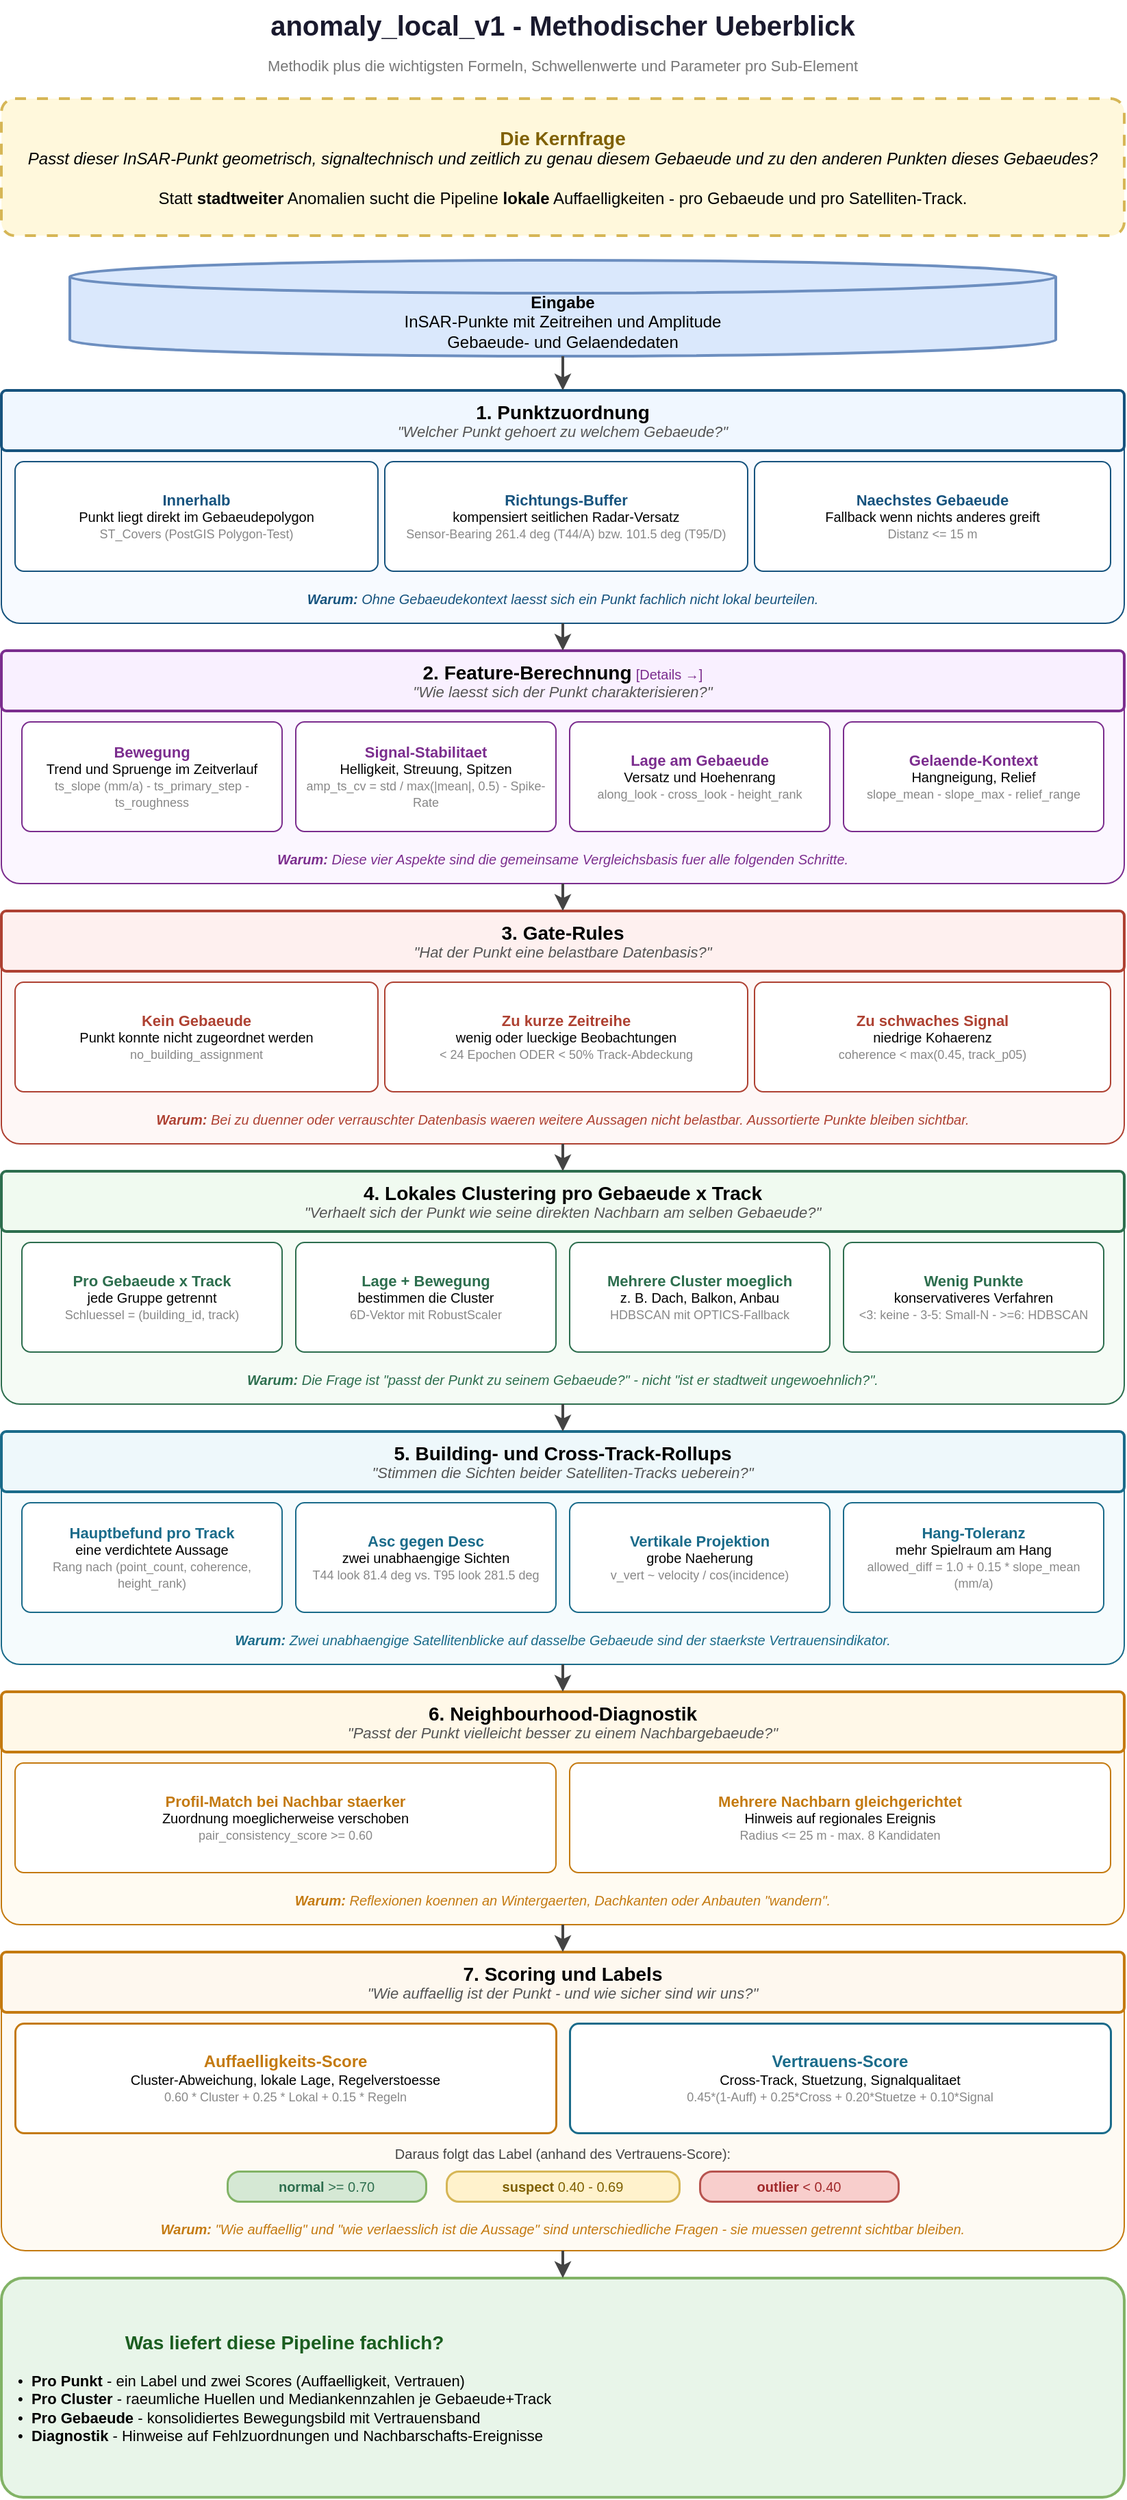
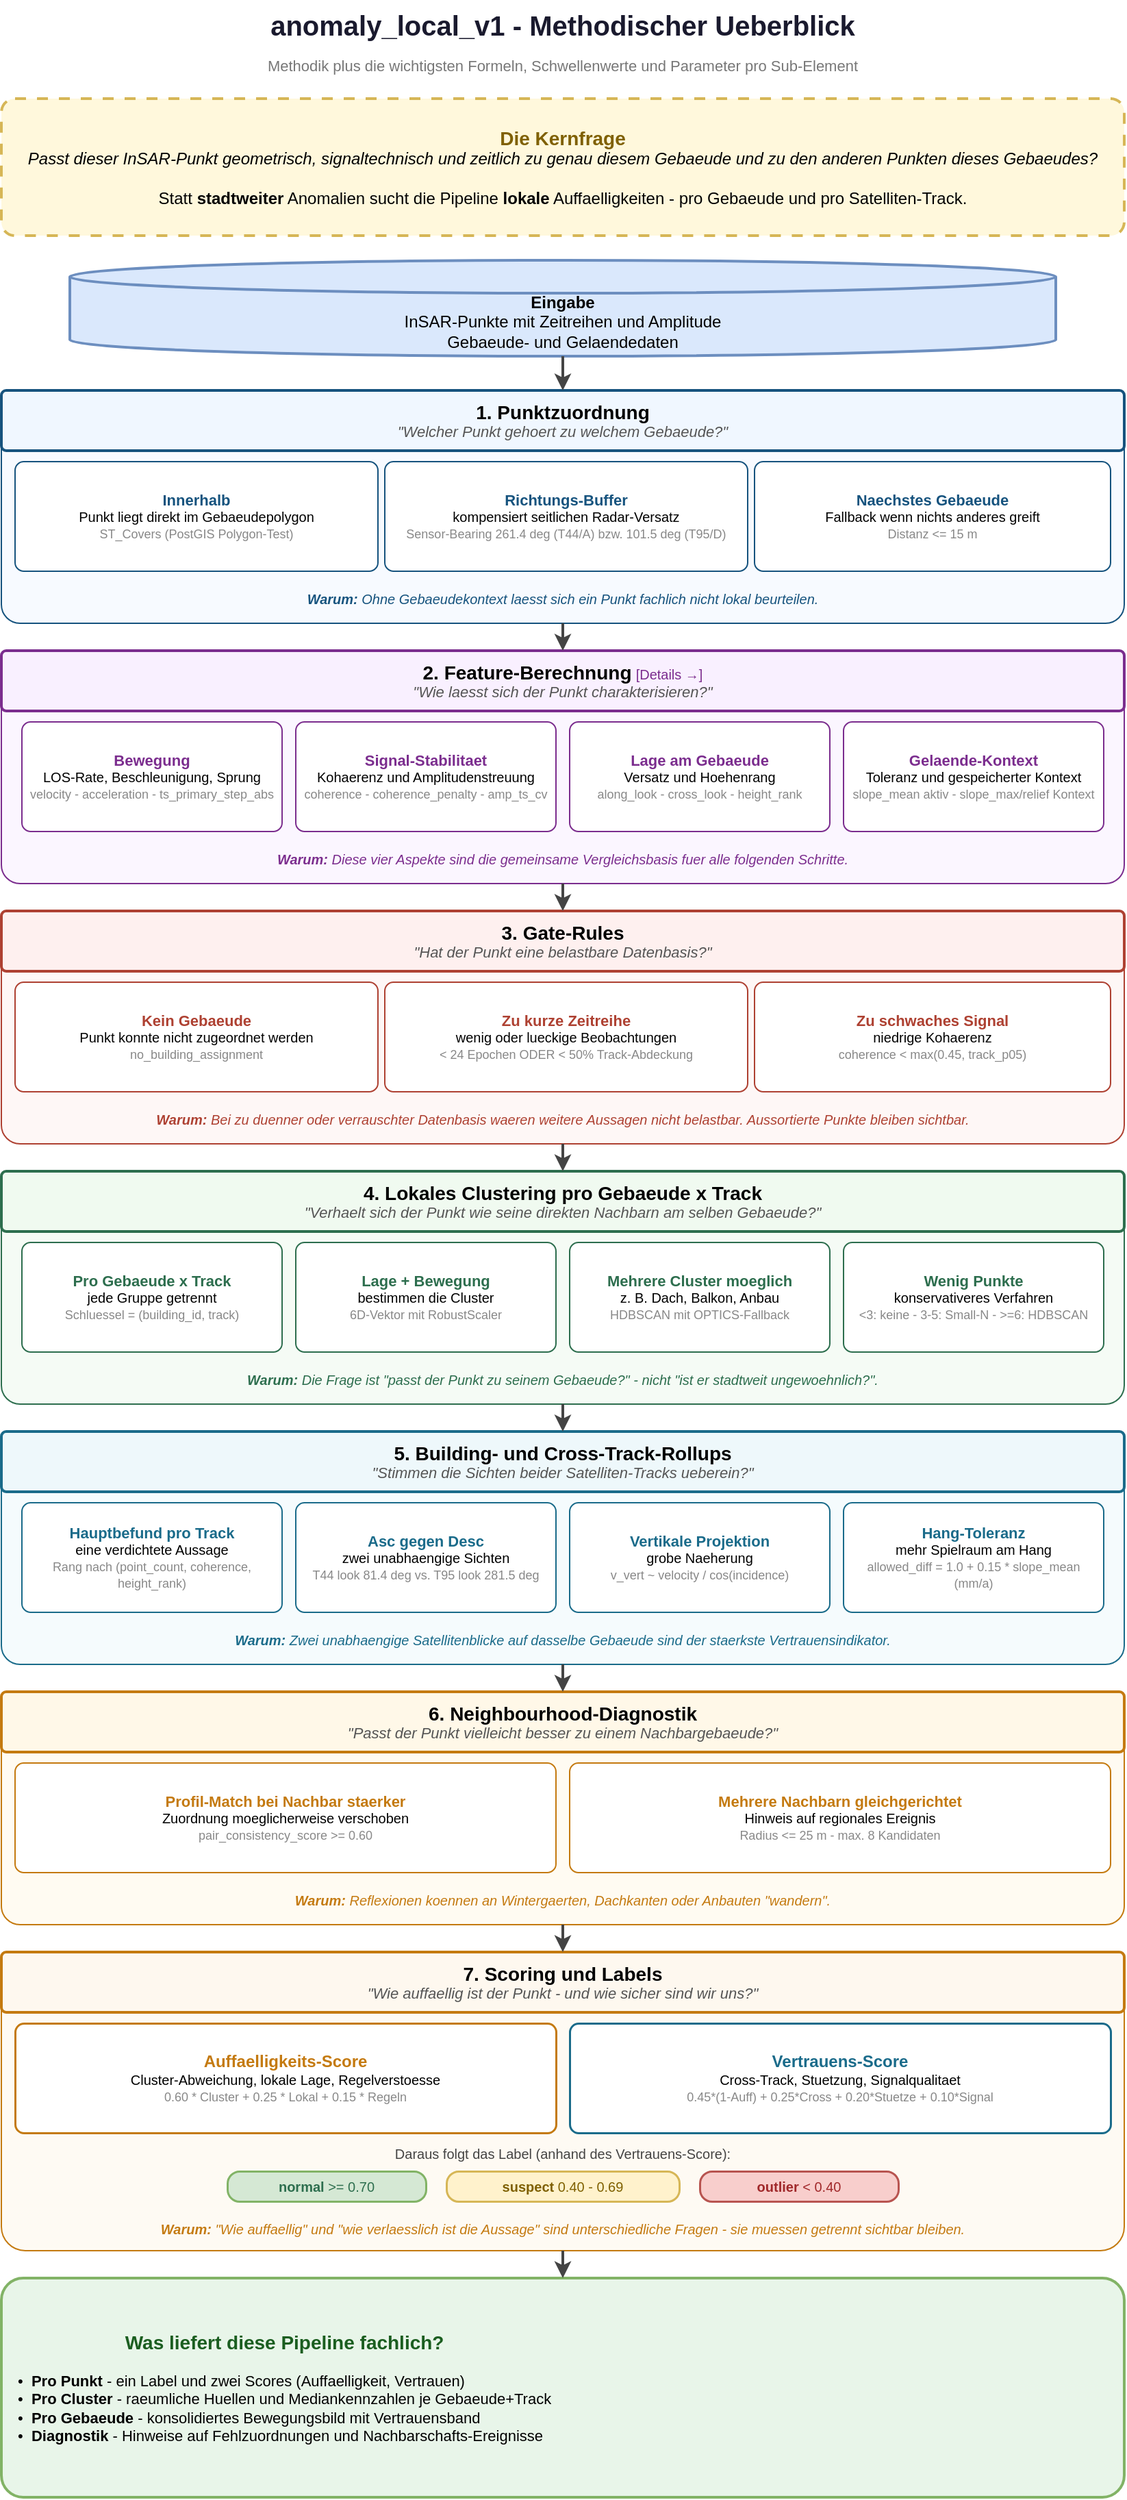
<mxfile host="app.diagrams.net" agent="Codex" version="29.6.4">
  <diagram name="Methodischer Ueberblick" id="concept">
    <mxGraphModel dx="1188" dy="780" grid="1" gridSize="10" guides="1" tooltips="1" connect="1" arrows="1" fold="1" page="1" pageScale="1" pageWidth="900" pageHeight="1880" math="0" shadow="0">
      <root>
        <mxCell id="0" />
        <mxCell id="1" parent="0" />
        <mxCell id="title" parent="1" style="text;html=1;align=center;verticalAlign=middle;whiteSpace=wrap;fontSize=20;fontColor=#1a1a2e;" value="&lt;b&gt;anomaly_local_v1 - Methodischer Ueberblick&lt;/b&gt;" vertex="1">
          <mxGeometry x="110" y="20" width="680" height="36" as="geometry" />
        </mxCell>
        <mxCell id="subtitle" parent="1" style="text;html=1;align=center;verticalAlign=middle;whiteSpace=wrap;fontSize=11;fontColor=#777777;" value="Methodik plus die wichtigsten Formeln, Schwellenwerte und Parameter pro Sub-Element" vertex="1">
          <mxGeometry x="80" y="56" width="740" height="24" as="geometry" />
        </mxCell>
        <mxCell id="intro" parent="1" style="rounded=1;whiteSpace=wrap;html=1;fillColor=#fff8dc;strokeColor=#d6b656;strokeWidth=2;dashed=1;dashPattern=4 4;fontSize=12;align=center;verticalAlign=middle;spacing=10;arcSize=10;" value="&lt;b style=&quot;font-size:14px;color:#7f6000;&quot;&gt;Die Kernfrage&lt;/b&gt;&lt;br&gt;&lt;i&gt;Passt dieser InSAR-Punkt geometrisch, signaltechnisch und zeitlich zu genau diesem Gebaeude und zu den anderen Punkten dieses Gebaeudes?&lt;/i&gt;&lt;br&gt;&lt;br&gt;Statt &lt;b&gt;stadtweiter&lt;/b&gt; Anomalien sucht die Pipeline &lt;b&gt;lokale&lt;/b&gt; Auffaelligkeiten - pro Gebaeude und pro Satelliten-Track." vertex="1">
          <mxGeometry x="40" y="92" width="820" height="100" as="geometry" />
        </mxCell>
        <mxCell id="input" parent="1" style="shape=cylinder3;whiteSpace=wrap;html=1;boundedLbl=1;backgroundOutline=1;size=12;fillColor=#dae8fc;strokeColor=#6c8ebf;strokeWidth=2;fontSize=12;align=center;verticalAlign=middle;" value="&lt;b&gt;Eingabe&lt;/b&gt;&lt;br&gt;InSAR-Punkte mit Zeitreihen und Amplitude&lt;br&gt;Gebaeude- und Gelaendedaten" vertex="1">
          <mxGeometry x="90" y="210" width="720" height="70" as="geometry" />
        </mxCell>
        <mxCell id="step1_container" parent="1" style="rounded=1;whiteSpace=wrap;html=1;fillColor=#f7faff;strokeColor=#16537e;strokeWidth=1;arcSize=8;" value="" vertex="1">
          <mxGeometry x="40" y="305" width="820" height="170" as="geometry" />
        </mxCell>
        <mxCell id="step1_h" parent="1" style="rounded=1;whiteSpace=wrap;html=1;fillColor=#f0f7ff;strokeColor=#16537e;strokeWidth=2;fontSize=11;align=center;verticalAlign=middle;spacing=6;arcSize=8;" value="&lt;font style=&quot;font-size:14px&quot;&gt;&lt;b&gt;1. Punktzuordnung&lt;/b&gt;&lt;/font&gt;&lt;br&gt;&lt;i style=&quot;color:#555;&quot;&gt;&amp;quot;Welcher Punkt gehoert zu welchem Gebaeude?&amp;quot;&lt;/i&gt;" vertex="1">
          <mxGeometry x="40" y="305" width="820" height="44" as="geometry" />
        </mxCell>
        <mxCell id="step1_a" parent="1" style="rounded=1;whiteSpace=wrap;html=1;fillColor=#ffffff;strokeColor=#16537e;strokeWidth=1;fontSize=10;align=center;verticalAlign=middle;arcSize=8;spacing=4;" value="&lt;b style=&quot;color:#16537e;font-size:11px;&quot;&gt;Innerhalb&lt;/b&gt;&lt;br&gt;Punkt liegt direkt im Gebaeudepolygon&lt;br&gt;&lt;span style=&quot;color:#888;font-size:9px;&quot;&gt;ST_Covers (PostGIS Polygon-Test)&lt;/span&gt;" vertex="1">
          <mxGeometry x="50" y="357" width="265" height="80" as="geometry" />
        </mxCell>
        <mxCell id="step1_b" parent="1" style="rounded=1;whiteSpace=wrap;html=1;fillColor=#ffffff;strokeColor=#16537e;strokeWidth=1;fontSize=10;align=center;verticalAlign=middle;arcSize=8;spacing=4;" value="&lt;b style=&quot;color:#16537e;font-size:11px;&quot;&gt;Richtungs-Buffer&lt;/b&gt;&lt;br&gt;kompensiert seitlichen Radar-Versatz&lt;br&gt;&lt;span style=&quot;color:#888;font-size:9px;&quot;&gt;Sensor-Bearing 261.4 deg (T44/A) bzw. 101.5 deg (T95/D)&lt;/span&gt;" vertex="1">
          <mxGeometry x="320" y="357" width="265" height="80" as="geometry" />
        </mxCell>
        <mxCell id="step1_c" parent="1" style="rounded=1;whiteSpace=wrap;html=1;fillColor=#ffffff;strokeColor=#16537e;strokeWidth=1;fontSize=10;align=center;verticalAlign=middle;arcSize=8;spacing=4;" value="&lt;b style=&quot;color:#16537e;font-size:11px;&quot;&gt;Naechstes Gebaeude&lt;/b&gt;&lt;br&gt;Fallback wenn nichts anderes greift&lt;br&gt;&lt;span style=&quot;color:#888;font-size:9px;&quot;&gt;Distanz &amp;lt;= 15 m&lt;/span&gt;" vertex="1">
          <mxGeometry x="590" y="357" width="260" height="80" as="geometry" />
        </mxCell>
        <mxCell id="step1_warum" parent="1" style="text;html=1;align=center;verticalAlign=middle;whiteSpace=wrap;fontSize=10;fontColor=#16537e;fontStyle=2;" value="&lt;b&gt;Warum:&lt;/b&gt; Ohne Gebaeudekontext laesst sich ein Punkt fachlich nicht lokal beurteilen." vertex="1">
          <mxGeometry x="50" y="445" width="800" height="24" as="geometry" />
        </mxCell>
        <mxCell id="step2_container" parent="1" style="rounded=1;whiteSpace=wrap;html=1;fillColor=#fbf6ff;strokeColor=#7b2d8e;strokeWidth=1;arcSize=8;" value="" vertex="1">
          <mxGeometry x="40" y="495" width="820" height="170" as="geometry" />
        </mxCell>
        <UserObject id="step2_h" label="&lt;font style=&quot;font-size:14px&quot;&gt;&lt;b&gt;2. Feature-Berechnung&lt;/b&gt;&lt;/font&gt;  &lt;span style=&quot;font-size:10px;color:#7b2d8e;&quot;&gt;[Details &amp;rarr;]&lt;/span&gt;&lt;br&gt;&lt;i style=&quot;color:#555;&quot;&gt;&amp;quot;Wie laesst sich der Punkt charakterisieren?&amp;quot;&lt;/i&gt;" link="data:page/id,features">
          <mxCell parent="1" style="rounded=1;whiteSpace=wrap;html=1;fillColor=#f9f0ff;strokeColor=#7b2d8e;strokeWidth=2;fontSize=11;align=center;verticalAlign=middle;spacing=6;arcSize=8;" vertex="1">
            <mxGeometry x="40" y="495" width="820" height="44" as="geometry" />
          </mxCell>
        </UserObject>
-         <mxCell id="step2_a" parent="1" style="rounded=1;whiteSpace=wrap;html=1;fillColor=#ffffff;strokeColor=#7b2d8e;strokeWidth=1;fontSize=10;align=center;verticalAlign=middle;arcSize=8;spacing=4;" value="&lt;b style=&quot;color:#7b2d8e;font-size:11px;&quot;&gt;Bewegung&lt;/b&gt;&lt;br&gt;Trend und Spruenge im Zeitverlauf&lt;br&gt;&lt;span style=&quot;color:#888;font-size:9px;&quot;&gt;ts_slope (mm/a) - ts_primary_step - ts_roughness&lt;/span&gt;" vertex="1">
+         <mxCell id="step2_a" parent="1" style="rounded=1;whiteSpace=wrap;html=1;fillColor=#ffffff;strokeColor=#7b2d8e;strokeWidth=1;fontSize=10;align=center;verticalAlign=middle;arcSize=8;spacing=4;" value="&lt;b style=&quot;color:#7b2d8e;font-size:11px;&quot;&gt;Bewegung&lt;/b&gt;&lt;br&gt;LOS-Rate, Beschleunigung, Sprung&lt;br&gt;&lt;span style=&quot;color:#888;font-size:9px;&quot;&gt;velocity - acceleration - ts_primary_step_abs&lt;/span&gt;" vertex="1">
          <mxGeometry x="55" y="547" width="190" height="80" as="geometry" />
        </mxCell>
-         <mxCell id="step2_b" parent="1" style="rounded=1;whiteSpace=wrap;html=1;fillColor=#ffffff;strokeColor=#7b2d8e;strokeWidth=1;fontSize=10;align=center;verticalAlign=middle;arcSize=8;spacing=4;" value="&lt;b style=&quot;color:#7b2d8e;font-size:11px;&quot;&gt;Signal-Stabilitaet&lt;/b&gt;&lt;br&gt;Helligkeit, Streuung, Spitzen&lt;br&gt;&lt;span style=&quot;color:#888;font-size:9px;&quot;&gt;amp_ts_cv = std / max(|mean|, 0.5) - Spike-Rate&lt;/span&gt;" vertex="1">
+         <mxCell id="step2_b" parent="1" style="rounded=1;whiteSpace=wrap;html=1;fillColor=#ffffff;strokeColor=#7b2d8e;strokeWidth=1;fontSize=10;align=center;verticalAlign=middle;arcSize=8;spacing=4;" value="&lt;b style=&quot;color:#7b2d8e;font-size:11px;&quot;&gt;Signal-Stabilitaet&lt;/b&gt;&lt;br&gt;Kohaerenz und Amplitudenstreuung&lt;br&gt;&lt;span style=&quot;color:#888;font-size:9px;&quot;&gt;coherence - coherence_penalty - amp_ts_cv&lt;/span&gt;" vertex="1">
          <mxGeometry x="255" y="547" width="190" height="80" as="geometry" />
        </mxCell>
        <mxCell id="step2_c" parent="1" style="rounded=1;whiteSpace=wrap;html=1;fillColor=#ffffff;strokeColor=#7b2d8e;strokeWidth=1;fontSize=10;align=center;verticalAlign=middle;arcSize=8;spacing=4;" value="&lt;b style=&quot;color:#7b2d8e;font-size:11px;&quot;&gt;Lage am Gebaeude&lt;/b&gt;&lt;br&gt;Versatz und Hoehenrang&lt;br&gt;&lt;span style=&quot;color:#888;font-size:9px;&quot;&gt;along_look - cross_look - height_rank&lt;/span&gt;" vertex="1">
          <mxGeometry x="455" y="547" width="190" height="80" as="geometry" />
        </mxCell>
-         <mxCell id="step2_d" parent="1" style="rounded=1;whiteSpace=wrap;html=1;fillColor=#ffffff;strokeColor=#7b2d8e;strokeWidth=1;fontSize=10;align=center;verticalAlign=middle;arcSize=8;spacing=4;" value="&lt;b style=&quot;color:#7b2d8e;font-size:11px;&quot;&gt;Gelaende-Kontext&lt;/b&gt;&lt;br&gt;Hangneigung, Relief&lt;br&gt;&lt;span style=&quot;color:#888;font-size:9px;&quot;&gt;slope_mean - slope_max - relief_range&lt;/span&gt;" vertex="1">
+         <mxCell id="step2_d" parent="1" style="rounded=1;whiteSpace=wrap;html=1;fillColor=#ffffff;strokeColor=#7b2d8e;strokeWidth=1;fontSize=10;align=center;verticalAlign=middle;arcSize=8;spacing=4;" value="&lt;b style=&quot;color:#7b2d8e;font-size:11px;&quot;&gt;Gelaende-Kontext&lt;/b&gt;&lt;br&gt;Toleranz und gespeicherter Kontext&lt;br&gt;&lt;span style=&quot;color:#888;font-size:9px;&quot;&gt;slope_mean aktiv - slope_max/relief Kontext&lt;/span&gt;" vertex="1">
          <mxGeometry x="655" y="547" width="190" height="80" as="geometry" />
        </mxCell>
        <mxCell id="step2_warum" parent="1" style="text;html=1;align=center;verticalAlign=middle;whiteSpace=wrap;fontSize=10;fontColor=#7b2d8e;fontStyle=2;" value="&lt;b&gt;Warum:&lt;/b&gt; Diese vier Aspekte sind die gemeinsame Vergleichsbasis fuer alle folgenden Schritte." vertex="1">
          <mxGeometry x="50" y="635" width="800" height="24" as="geometry" />
        </mxCell>
        <mxCell id="step3_container" parent="1" style="rounded=1;whiteSpace=wrap;html=1;fillColor=#fef7f6;strokeColor=#ae4132;strokeWidth=1;arcSize=8;" value="" vertex="1">
          <mxGeometry x="40" y="685" width="820" height="170" as="geometry" />
        </mxCell>
        <mxCell id="step3_h" parent="1" style="rounded=1;whiteSpace=wrap;html=1;fillColor=#fef0ef;strokeColor=#ae4132;strokeWidth=2;fontSize=11;align=center;verticalAlign=middle;spacing=6;arcSize=8;" value="&lt;font style=&quot;font-size:14px&quot;&gt;&lt;b&gt;3. Gate-Rules&lt;/b&gt;&lt;/font&gt;&lt;br&gt;&lt;i style=&quot;color:#555;&quot;&gt;&amp;quot;Hat der Punkt eine belastbare Datenbasis?&amp;quot;&lt;/i&gt;" vertex="1">
          <mxGeometry x="40" y="685" width="820" height="44" as="geometry" />
        </mxCell>
        <mxCell id="step3_a" parent="1" style="rounded=1;whiteSpace=wrap;html=1;fillColor=#ffffff;strokeColor=#ae4132;strokeWidth=1;fontSize=10;align=center;verticalAlign=middle;arcSize=8;spacing=4;" value="&lt;b style=&quot;color:#ae4132;font-size:11px;&quot;&gt;Kein Gebaeude&lt;/b&gt;&lt;br&gt;Punkt konnte nicht zugeordnet werden&lt;br&gt;&lt;span style=&quot;color:#888;font-size:9px;&quot;&gt;no_building_assignment&lt;/span&gt;" vertex="1">
          <mxGeometry x="50" y="737" width="265" height="80" as="geometry" />
        </mxCell>
        <mxCell id="step3_b" parent="1" style="rounded=1;whiteSpace=wrap;html=1;fillColor=#ffffff;strokeColor=#ae4132;strokeWidth=1;fontSize=10;align=center;verticalAlign=middle;arcSize=8;spacing=4;" value="&lt;b style=&quot;color:#ae4132;font-size:11px;&quot;&gt;Zu kurze Zeitreihe&lt;/b&gt;&lt;br&gt;wenig oder lueckige Beobachtungen&lt;br&gt;&lt;span style=&quot;color:#888;font-size:9px;&quot;&gt;&amp;lt; 24 Epochen ODER &amp;lt; 50% Track-Abdeckung&lt;/span&gt;" vertex="1">
          <mxGeometry x="320" y="737" width="265" height="80" as="geometry" />
        </mxCell>
        <mxCell id="step3_c" parent="1" style="rounded=1;whiteSpace=wrap;html=1;fillColor=#ffffff;strokeColor=#ae4132;strokeWidth=1;fontSize=10;align=center;verticalAlign=middle;arcSize=8;spacing=4;" value="&lt;b style=&quot;color:#ae4132;font-size:11px;&quot;&gt;Zu schwaches Signal&lt;/b&gt;&lt;br&gt;niedrige Kohaerenz&lt;br&gt;&lt;span style=&quot;color:#888;font-size:9px;&quot;&gt;coherence &amp;lt; max(0.45, track_p05)&lt;/span&gt;" vertex="1">
          <mxGeometry x="590" y="737" width="260" height="80" as="geometry" />
        </mxCell>
        <mxCell id="step3_warum" parent="1" style="text;html=1;align=center;verticalAlign=middle;whiteSpace=wrap;fontSize=10;fontColor=#ae4132;fontStyle=2;" value="&lt;b&gt;Warum:&lt;/b&gt; Bei zu duenner oder verrauschter Datenbasis waeren weitere Aussagen nicht belastbar. Aussortierte Punkte bleiben sichtbar." vertex="1">
          <mxGeometry x="50" y="825" width="800" height="24" as="geometry" />
        </mxCell>
        <mxCell id="step4_container" parent="1" style="rounded=1;whiteSpace=wrap;html=1;fillColor=#f5fbf5;strokeColor=#2d6e4e;strokeWidth=1;arcSize=8;" value="" vertex="1">
          <mxGeometry x="40" y="875" width="820" height="170" as="geometry" />
        </mxCell>
        <mxCell id="step4_h" parent="1" style="rounded=1;whiteSpace=wrap;html=1;fillColor=#f0faf0;strokeColor=#2d6e4e;strokeWidth=2;fontSize=11;align=center;verticalAlign=middle;spacing=6;arcSize=8;" value="&lt;font style=&quot;font-size:14px&quot;&gt;&lt;b&gt;4. Lokales Clustering pro Gebaeude x Track&lt;/b&gt;&lt;/font&gt;&lt;br&gt;&lt;i style=&quot;color:#555;&quot;&gt;&amp;quot;Verhaelt sich der Punkt wie seine direkten Nachbarn am selben Gebaeude?&amp;quot;&lt;/i&gt;" vertex="1">
          <mxGeometry x="40" y="875" width="820" height="44" as="geometry" />
        </mxCell>
        <mxCell id="step4_a" parent="1" style="rounded=1;whiteSpace=wrap;html=1;fillColor=#ffffff;strokeColor=#2d6e4e;strokeWidth=1;fontSize=10;align=center;verticalAlign=middle;arcSize=8;spacing=4;" value="&lt;b style=&quot;color:#2d6e4e;font-size:11px;&quot;&gt;Pro Gebaeude x Track&lt;/b&gt;&lt;br&gt;jede Gruppe getrennt&lt;br&gt;&lt;span style=&quot;color:#888;font-size:9px;&quot;&gt;Schluessel = (building_id, track)&lt;/span&gt;" vertex="1">
          <mxGeometry x="55" y="927" width="190" height="80" as="geometry" />
        </mxCell>
        <mxCell id="step4_b" parent="1" style="rounded=1;whiteSpace=wrap;html=1;fillColor=#ffffff;strokeColor=#2d6e4e;strokeWidth=1;fontSize=10;align=center;verticalAlign=middle;arcSize=8;spacing=4;" value="&lt;b style=&quot;color:#2d6e4e;font-size:11px;&quot;&gt;Lage + Bewegung&lt;/b&gt;&lt;br&gt;bestimmen die Cluster&lt;br&gt;&lt;span style=&quot;color:#888;font-size:9px;&quot;&gt;6D-Vektor mit RobustScaler&lt;/span&gt;" vertex="1">
          <mxGeometry x="255" y="927" width="190" height="80" as="geometry" />
        </mxCell>
        <mxCell id="step4_c" parent="1" style="rounded=1;whiteSpace=wrap;html=1;fillColor=#ffffff;strokeColor=#2d6e4e;strokeWidth=1;fontSize=10;align=center;verticalAlign=middle;arcSize=8;spacing=4;" value="&lt;b style=&quot;color:#2d6e4e;font-size:11px;&quot;&gt;Mehrere Cluster moeglich&lt;/b&gt;&lt;br&gt;z. B. Dach, Balkon, Anbau&lt;br&gt;&lt;span style=&quot;color:#888;font-size:9px;&quot;&gt;HDBSCAN mit OPTICS-Fallback&lt;/span&gt;" vertex="1">
          <mxGeometry x="455" y="927" width="190" height="80" as="geometry" />
        </mxCell>
        <mxCell id="step4_d" parent="1" style="rounded=1;whiteSpace=wrap;html=1;fillColor=#ffffff;strokeColor=#2d6e4e;strokeWidth=1;fontSize=10;align=center;verticalAlign=middle;arcSize=8;spacing=4;" value="&lt;b style=&quot;color:#2d6e4e;font-size:11px;&quot;&gt;Wenig Punkte&lt;/b&gt;&lt;br&gt;konservativeres Verfahren&lt;br&gt;&lt;span style=&quot;color:#888;font-size:9px;&quot;&gt;&amp;lt;3: keine - 3-5: Small-N - &amp;gt;=6: HDBSCAN&lt;/span&gt;" vertex="1">
          <mxGeometry x="655" y="927" width="190" height="80" as="geometry" />
        </mxCell>
        <mxCell id="step4_warum" parent="1" style="text;html=1;align=center;verticalAlign=middle;whiteSpace=wrap;fontSize=10;fontColor=#2d6e4e;fontStyle=2;" value="&lt;b&gt;Warum:&lt;/b&gt; Die Frage ist &amp;quot;passt der Punkt zu seinem Gebaeude?&amp;quot; - nicht &amp;quot;ist er stadtweit ungewoehnlich?&amp;quot;." vertex="1">
          <mxGeometry x="50" y="1015" width="800" height="24" as="geometry" />
        </mxCell>
        <mxCell id="step5_container" parent="1" style="rounded=1;whiteSpace=wrap;html=1;fillColor=#f5fbfd;strokeColor=#1a6b8a;strokeWidth=1;arcSize=8;" value="" vertex="1">
          <mxGeometry x="40" y="1065" width="820" height="170" as="geometry" />
        </mxCell>
        <mxCell id="step5_h" parent="1" style="rounded=1;whiteSpace=wrap;html=1;fillColor=#eef8fb;strokeColor=#1a6b8a;strokeWidth=2;fontSize=11;align=center;verticalAlign=middle;spacing=6;arcSize=8;" value="&lt;font style=&quot;font-size:14px&quot;&gt;&lt;b&gt;5. Building- und Cross-Track-Rollups&lt;/b&gt;&lt;/font&gt;&lt;br&gt;&lt;i style=&quot;color:#555;&quot;&gt;&amp;quot;Stimmen die Sichten beider Satelliten-Tracks ueberein?&amp;quot;&lt;/i&gt;" vertex="1">
          <mxGeometry x="40" y="1065" width="820" height="44" as="geometry" />
        </mxCell>
        <mxCell id="step5_a" parent="1" style="rounded=1;whiteSpace=wrap;html=1;fillColor=#ffffff;strokeColor=#1a6b8a;strokeWidth=1;fontSize=10;align=center;verticalAlign=middle;arcSize=8;spacing=4;" value="&lt;b style=&quot;color:#1a6b8a;font-size:11px;&quot;&gt;Hauptbefund pro Track&lt;/b&gt;&lt;br&gt;eine verdichtete Aussage&lt;br&gt;&lt;span style=&quot;color:#888;font-size:9px;&quot;&gt;Rang nach (point_count, coherence, height_rank)&lt;/span&gt;" vertex="1">
          <mxGeometry x="55" y="1117" width="190" height="80" as="geometry" />
        </mxCell>
        <mxCell id="step5_b" parent="1" style="rounded=1;whiteSpace=wrap;html=1;fillColor=#ffffff;strokeColor=#1a6b8a;strokeWidth=1;fontSize=10;align=center;verticalAlign=middle;arcSize=8;spacing=4;" value="&lt;b style=&quot;color:#1a6b8a;font-size:11px;&quot;&gt;Asc gegen Desc&lt;/b&gt;&lt;br&gt;zwei unabhaengige Sichten&lt;br&gt;&lt;span style=&quot;color:#888;font-size:9px;&quot;&gt;T44 look 81.4 deg vs. T95 look 281.5 deg&lt;/span&gt;" vertex="1">
          <mxGeometry x="255" y="1117" width="190" height="80" as="geometry" />
        </mxCell>
        <mxCell id="step5_c" parent="1" style="rounded=1;whiteSpace=wrap;html=1;fillColor=#ffffff;strokeColor=#1a6b8a;strokeWidth=1;fontSize=10;align=center;verticalAlign=middle;arcSize=8;spacing=4;" value="&lt;b style=&quot;color:#1a6b8a;font-size:11px;&quot;&gt;Vertikale Projektion&lt;/b&gt;&lt;br&gt;grobe Naeherung&lt;br&gt;&lt;span style=&quot;color:#888;font-size:9px;&quot;&gt;v_vert ~ velocity / cos(incidence)&lt;/span&gt;" vertex="1">
          <mxGeometry x="455" y="1117" width="190" height="80" as="geometry" />
        </mxCell>
        <mxCell id="step5_d" parent="1" style="rounded=1;whiteSpace=wrap;html=1;fillColor=#ffffff;strokeColor=#1a6b8a;strokeWidth=1;fontSize=10;align=center;verticalAlign=middle;arcSize=8;spacing=4;" value="&lt;b style=&quot;color:#1a6b8a;font-size:11px;&quot;&gt;Hang-Toleranz&lt;/b&gt;&lt;br&gt;mehr Spielraum am Hang&lt;br&gt;&lt;span style=&quot;color:#888;font-size:9px;&quot;&gt;allowed_diff = 1.0 + 0.15 * slope_mean (mm/a)&lt;/span&gt;" vertex="1">
          <mxGeometry x="655" y="1117" width="190" height="80" as="geometry" />
        </mxCell>
        <mxCell id="step5_warum" parent="1" style="text;html=1;align=center;verticalAlign=middle;whiteSpace=wrap;fontSize=10;fontColor=#1a6b8a;fontStyle=2;" value="&lt;b&gt;Warum:&lt;/b&gt; Zwei unabhaengige Satellitenblicke auf dasselbe Gebaeude sind der staerkste Vertrauensindikator." vertex="1">
          <mxGeometry x="50" y="1205" width="800" height="24" as="geometry" />
        </mxCell>
        <mxCell id="step6_container" parent="1" style="rounded=1;whiteSpace=wrap;html=1;fillColor=#fffbf2;strokeColor=#c47a10;strokeWidth=1;arcSize=8;" value="" vertex="1">
          <mxGeometry x="40" y="1255" width="820" height="170" as="geometry" />
        </mxCell>
        <mxCell id="step6_h" parent="1" style="rounded=1;whiteSpace=wrap;html=1;fillColor=#fff8e8;strokeColor=#c47a10;strokeWidth=2;fontSize=11;align=center;verticalAlign=middle;spacing=6;arcSize=8;" value="&lt;font style=&quot;font-size:14px&quot;&gt;&lt;b&gt;6. Neighbourhood-Diagnostik&lt;/b&gt;&lt;/font&gt;&lt;br&gt;&lt;i style=&quot;color:#555;&quot;&gt;&amp;quot;Passt der Punkt vielleicht besser zu einem Nachbargebaeude?&amp;quot;&lt;/i&gt;" vertex="1">
          <mxGeometry x="40" y="1255" width="820" height="44" as="geometry" />
        </mxCell>
        <mxCell id="step6_a" parent="1" style="rounded=1;whiteSpace=wrap;html=1;fillColor=#ffffff;strokeColor=#c47a10;strokeWidth=1;fontSize=10;align=center;verticalAlign=middle;arcSize=8;spacing=6;" value="&lt;b style=&quot;color:#c47a10;font-size:11px;&quot;&gt;Profil-Match bei Nachbar staerker&lt;/b&gt;&lt;br&gt;Zuordnung moeglicherweise verschoben&lt;br&gt;&lt;span style=&quot;color:#888;font-size:9px;&quot;&gt;pair_consistency_score &amp;gt;= 0.60&lt;/span&gt;" vertex="1">
          <mxGeometry x="50" y="1307" width="395" height="80" as="geometry" />
        </mxCell>
        <mxCell id="step6_b" parent="1" style="rounded=1;whiteSpace=wrap;html=1;fillColor=#ffffff;strokeColor=#c47a10;strokeWidth=1;fontSize=10;align=center;verticalAlign=middle;arcSize=8;spacing=6;" value="&lt;b style=&quot;color:#c47a10;font-size:11px;&quot;&gt;Mehrere Nachbarn gleichgerichtet&lt;/b&gt;&lt;br&gt;Hinweis auf regionales Ereignis&lt;br&gt;&lt;span style=&quot;color:#888;font-size:9px;&quot;&gt;Radius &amp;lt;= 25 m - max. 8 Kandidaten&lt;/span&gt;" vertex="1">
          <mxGeometry x="455" y="1307" width="395" height="80" as="geometry" />
        </mxCell>
        <mxCell id="step6_warum" parent="1" style="text;html=1;align=center;verticalAlign=middle;whiteSpace=wrap;fontSize=10;fontColor=#c47a10;fontStyle=2;" value="&lt;b&gt;Warum:&lt;/b&gt; Reflexionen koennen an Wintergaerten, Dachkanten oder Anbauten &amp;quot;wandern&amp;quot;." vertex="1">
          <mxGeometry x="50" y="1395" width="800" height="24" as="geometry" />
        </mxCell>
        <mxCell id="step7_container" parent="1" style="rounded=1;whiteSpace=wrap;html=1;fillColor=#fefaf3;strokeColor=#c47a10;strokeWidth=1;arcSize=8;" value="" vertex="1">
          <mxGeometry x="40" y="1445" width="820" height="218" as="geometry" />
        </mxCell>
        <mxCell id="step7_h" parent="1" style="rounded=1;whiteSpace=wrap;html=1;fillColor=#fef8ef;strokeColor=#c47a10;strokeWidth=2;fontSize=11;align=center;verticalAlign=middle;spacing=6;arcSize=8;" value="&lt;font style=&quot;font-size:14px&quot;&gt;&lt;b&gt;7. Scoring und Labels&lt;/b&gt;&lt;/font&gt;&lt;br&gt;&lt;i style=&quot;color:#555;&quot;&gt;&amp;quot;Wie auffaellig ist der Punkt - und wie sicher sind wir uns?&amp;quot;&lt;/i&gt;" vertex="1">
          <mxGeometry x="40" y="1445" width="820" height="44" as="geometry" />
        </mxCell>
        <mxCell id="step7_a" parent="1" style="rounded=1;whiteSpace=wrap;html=1;fillColor=#ffffff;strokeColor=#c47a10;strokeWidth=1.5;fontSize=10;align=center;verticalAlign=middle;arcSize=8;spacing=6;" value="&lt;b style=&quot;color:#c47a10;font-size:12px;&quot;&gt;Auffaelligkeits-Score&lt;/b&gt;&lt;br&gt;Cluster-Abweichung, lokale Lage, Regelverstoesse&lt;br&gt;&lt;span style=&quot;color:#888;font-size:9px;&quot;&gt;0.60 * Cluster + 0.25 * Lokal + 0.15 * Regeln&lt;/span&gt;" vertex="1">
          <mxGeometry x="50" y="1497" width="395" height="80" as="geometry" />
        </mxCell>
        <mxCell id="step7_b" parent="1" style="rounded=1;whiteSpace=wrap;html=1;fillColor=#ffffff;strokeColor=#1a6b8a;strokeWidth=1.5;fontSize=10;align=center;verticalAlign=middle;arcSize=8;spacing=6;" value="&lt;b style=&quot;color:#1a6b8a;font-size:12px;&quot;&gt;Vertrauens-Score&lt;/b&gt;&lt;br&gt;Cross-Track, Stuetzung, Signalqualitaet&lt;br&gt;&lt;span style=&quot;color:#888;font-size:9px;&quot;&gt;0.45*(1-Auff) + 0.25*Cross + 0.20*Stuetze + 0.10*Signal&lt;/span&gt;" vertex="1">
          <mxGeometry x="455" y="1497" width="395" height="80" as="geometry" />
        </mxCell>
        <mxCell id="step7_label_intro" parent="1" style="text;html=1;align=center;verticalAlign=middle;whiteSpace=wrap;fontSize=10;fontColor=#444444;" value="Daraus folgt das Label (anhand des Vertrauens-Score):" vertex="1">
          <mxGeometry x="50" y="1583" width="800" height="18" as="geometry" />
        </mxCell>
        <mxCell id="step7_normal" parent="1" style="rounded=1;whiteSpace=wrap;html=1;fillColor=#d5e8d4;strokeColor=#82b366;strokeWidth=1.5;fontSize=10;align=center;verticalAlign=middle;arcSize=40;fontColor=#2d6e4e;" value="&lt;b&gt;normal&lt;/b&gt;  &amp;gt;= 0.70" vertex="1">
          <mxGeometry x="205" y="1605" width="145" height="22" as="geometry" />
        </mxCell>
        <mxCell id="step7_suspect" parent="1" style="rounded=1;whiteSpace=wrap;html=1;fillColor=#fff2cc;strokeColor=#d6b656;strokeWidth=1.5;fontSize=10;align=center;verticalAlign=middle;arcSize=40;fontColor=#7f6000;" value="&lt;b&gt;suspect&lt;/b&gt;  0.40 - 0.69" vertex="1">
          <mxGeometry x="365" y="1605" width="170" height="22" as="geometry" />
        </mxCell>
        <mxCell id="step7_outlier" parent="1" style="rounded=1;whiteSpace=wrap;html=1;fillColor=#f8cecc;strokeColor=#b85450;strokeWidth=1.5;fontSize=10;align=center;verticalAlign=middle;arcSize=40;fontColor=#a0282a;" value="&lt;b&gt;outlier&lt;/b&gt;  &amp;lt; 0.40" vertex="1">
          <mxGeometry x="550" y="1605" width="145" height="22" as="geometry" />
        </mxCell>
        <mxCell id="step7_warum" parent="1" style="text;html=1;align=center;verticalAlign=middle;whiteSpace=wrap;fontSize=10;fontColor=#c47a10;fontStyle=2;" value="&lt;b&gt;Warum:&lt;/b&gt; &amp;quot;Wie auffaellig&amp;quot; und &amp;quot;wie verlaesslich ist die Aussage&amp;quot; sind unterschiedliche Fragen - sie muessen getrennt sichtbar bleiben." vertex="1">
          <mxGeometry x="50" y="1635" width="800" height="24" as="geometry" />
        </mxCell>
        <mxCell id="output_panel" parent="1" style="rounded=1;whiteSpace=wrap;html=1;fillColor=#e8f5e9;strokeColor=#82b366;strokeWidth=2;fontSize=11;align=left;verticalAlign=middle;spacing=12;arcSize=10;" value="&lt;center&gt;&lt;b style=&quot;font-size:14px;color:#1b5e20;&quot;&gt;Was liefert diese Pipeline fachlich?&lt;/b&gt;&lt;/center&gt;&lt;br&gt;&amp;#8226;&amp;nbsp; &lt;b&gt;Pro Punkt&lt;/b&gt; - ein Label und zwei Scores (Auffaelligkeit, Vertrauen)&lt;br&gt;&amp;#8226;&amp;nbsp; &lt;b&gt;Pro Cluster&lt;/b&gt; - raeumliche Huellen und Mediankennzahlen je Gebaeude+Track&lt;br&gt;&amp;#8226;&amp;nbsp; &lt;b&gt;Pro Gebaeude&lt;/b&gt; - konsolidiertes Bewegungsbild mit Vertrauensband&lt;br&gt;&amp;#8226;&amp;nbsp; &lt;b&gt;Diagnostik&lt;/b&gt; - Hinweise auf Fehlzuordnungen und Nachbarschafts-Ereignisse" vertex="1">
          <mxGeometry x="40" y="1683" width="820" height="160" as="geometry" />
        </mxCell>
        <mxCell id="a01" parent="1" source="input" target="step1_container" edge="1" style="edgeStyle=orthogonalEdgeStyle;rounded=1;strokeColor=#444444;strokeWidth=2;">
          <mxGeometry relative="1" as="geometry" />
        </mxCell>
        <mxCell id="a12" parent="1" source="step1_container" target="step2_container" edge="1" style="edgeStyle=orthogonalEdgeStyle;rounded=1;strokeColor=#444444;strokeWidth=2;">
          <mxGeometry relative="1" as="geometry" />
        </mxCell>
        <mxCell id="a23" parent="1" source="step2_container" target="step3_container" edge="1" style="edgeStyle=orthogonalEdgeStyle;rounded=1;strokeColor=#444444;strokeWidth=2;">
          <mxGeometry relative="1" as="geometry" />
        </mxCell>
        <mxCell id="a34" parent="1" source="step3_container" target="step4_container" edge="1" style="edgeStyle=orthogonalEdgeStyle;rounded=1;strokeColor=#444444;strokeWidth=2;">
          <mxGeometry relative="1" as="geometry" />
        </mxCell>
        <mxCell id="a45" parent="1" source="step4_container" target="step5_container" edge="1" style="edgeStyle=orthogonalEdgeStyle;rounded=1;strokeColor=#444444;strokeWidth=2;">
          <mxGeometry relative="1" as="geometry" />
        </mxCell>
        <mxCell id="a56" parent="1" source="step5_container" target="step6_container" edge="1" style="edgeStyle=orthogonalEdgeStyle;rounded=1;strokeColor=#444444;strokeWidth=2;">
          <mxGeometry relative="1" as="geometry" />
        </mxCell>
        <mxCell id="a67" parent="1" source="step6_container" target="step7_container" edge="1" style="edgeStyle=orthogonalEdgeStyle;rounded=1;strokeColor=#444444;strokeWidth=2;">
          <mxGeometry relative="1" as="geometry" />
        </mxCell>
        <mxCell id="a78" parent="1" source="step7_container" target="output_panel" edge="1" style="edgeStyle=orthogonalEdgeStyle;rounded=1;strokeColor=#444444;strokeWidth=2;">
          <mxGeometry relative="1" as="geometry" />
        </mxCell>
      </root>
    </mxGraphModel>
  </diagram>
  <diagram name="Feature-Catalog" id="features">
-     <mxGraphModel dx="1188" dy="780" grid="1" gridSize="10" guides="1" tooltips="1" connect="1" arrows="1" fold="1" page="1" pageScale="1" pageWidth="1200" pageHeight="1200" math="0" shadow="0">
+     <mxGraphModel dx="1188" dy="780" grid="1" gridSize="10" guides="1" tooltips="1" connect="1" arrows="1" fold="1" page="1" pageScale="1" pageWidth="1200" pageHeight="1500" math="0" shadow="0">
      <root>
        <mxCell id="0" />
        <mxCell id="1" parent="0" />
-         <mxCell id="fc_title" parent="1" style="text;html=1;align=center;verticalAlign=middle;whiteSpace=wrap;fontSize=20;fontColor=#7b2d8e;" value="&lt;b&gt;Feature-Catalog - Phase-1 Detail&lt;/b&gt;" vertex="1">
+         <mxCell id="fc_title" parent="1" style="text;html=1;align=center;verticalAlign=middle;whiteSpace=wrap;fontSize=20;fontColor=#7b2d8e;" value="&lt;b&gt;Feature-Katalog - implementierter Stand&lt;/b&gt;" vertex="1">
          <mxGeometry x="200" y="20" width="800" height="36" as="geometry" />
        </mxCell>
-         <mxCell id="fc_subtitle" parent="1" style="text;html=1;align=center;verticalAlign=middle;whiteSpace=wrap;fontSize=11;fontColor=#777777;" value="Alle 20 Features mit Bedeutung, Datenquelle bzw. Berechnung und Verwendung" vertex="1">
+         <mxCell id="fc_subtitle" parent="1" style="text;html=1;align=center;verticalAlign=middle;whiteSpace=wrap;fontSize=11;fontColor=#777777;" value="Aktive Modellfeatures plus gespeicherte Kontext- und Diagnosewerte aus anomaly_local_v1.py" vertex="1">
          <mxGeometry x="200" y="56" width="800" height="24" as="geometry" />
        </mxCell>
        <UserObject id="fc_back" label="&amp;larr; Zurueck zum methodischen Ueberblick" link="data:page/id,concept">
          <mxCell parent="1" style="rounded=1;whiteSpace=wrap;html=1;fillColor=#eef0f5;strokeColor=#7b2d8e;strokeWidth=1;fontSize=11;align=center;verticalAlign=middle;arcSize=8;fontColor=#7b2d8e;" vertex="1">
            <mxGeometry x="40" y="92" width="280" height="28" as="geometry" />
          </mxCell>
        </UserObject>
-         <mxCell id="fc_legend" parent="1" style="rounded=1;whiteSpace=wrap;html=1;fillColor=#fafafa;strokeColor=#cccccc;strokeWidth=1;fontSize=10;align=left;verticalAlign=middle;arcSize=6;spacing=6;fontColor=#444444;" value="&lt;b&gt;Karten-Aufbau:&lt;/b&gt;  feature_name  /  Bedeutung  /  &lt;span style=&quot;color:#2d6e4e;font-weight:bold;&quot;&gt;direkt&lt;/span&gt; aus Tabelle  ODER  &lt;span style=&quot;color:#c47a10;font-weight:bold;&quot;&gt;berechnet&lt;/span&gt; aus mehreren Datenpunkten  /  -&amp;gt; verwendet in" vertex="1">
+         <mxCell id="fc_legend" parent="1" style="rounded=1;whiteSpace=wrap;html=1;fillColor=#fafafa;strokeColor=#cccccc;strokeWidth=1;fontSize=10;align=left;verticalAlign=middle;arcSize=6;spacing=6;fontColor=#444444;" value="&lt;b&gt;Karten-Aufbau:&lt;/b&gt; feature_name / Bedeutung / &lt;span style=&quot;color:#2d6e4e;font-weight:bold;&quot;&gt;direkt&lt;/span&gt; aus Tabelle oder &lt;span style=&quot;color:#c47a10;font-weight:bold;&quot;&gt;berechnet&lt;/span&gt; / &lt;span style=&quot;color:#7b2d8e;font-weight:bold;&quot;&gt;aktiv&lt;/span&gt; in Gate, Cluster, Score oder Rollup bzw. &lt;span style=&quot;color:#777;font-weight:bold;&quot;&gt;Kontext&lt;/span&gt;" vertex="1">
          <mxGeometry x="340" y="92" width="820" height="28" as="geometry" />
        </mxCell>
        <mxCell id="fc_motion" parent="1" style="rounded=1;whiteSpace=wrap;html=1;fillColor=#fbf6ff;strokeColor=#7b2d8e;strokeWidth=1;arcSize=8;" value="" vertex="1">
          <mxGeometry x="40" y="140" width="1120" height="262" as="geometry" />
        </mxCell>
-         <mxCell id="fc_motion_h" parent="1" style="text;html=1;align=center;verticalAlign=middle;whiteSpace=wrap;fontSize=14;fontStyle=1;fontColor=#7b2d8e;" value="Bewegung &amp;mdash; 7 Features" vertex="1">
+         <mxCell id="fc_motion_h" parent="1" style="text;html=1;align=center;verticalAlign=middle;whiteSpace=wrap;fontSize=14;fontStyle=1;fontColor=#7b2d8e;" value="Cluster-Vektor und lokale Abweichung - aktiv" vertex="1">
          <mxGeometry x="60" y="148" width="1080" height="28" as="geometry" />
        </mxCell>
-         <mxCell id="fc_velocity" parent="1" style="rounded=1;whiteSpace=wrap;html=1;fillColor=#ffffff;strokeColor=#7b2d8e;strokeWidth=1;fontSize=10;align=center;verticalAlign=middle;arcSize=8;spacing=4;" value="&lt;b style=&quot;color:#7b2d8e;font-size:11px;&quot;&gt;velocity&lt;/b&gt;&lt;br&gt;Bewegungsrate in Sicht-Linie (mm/a)&lt;br&gt;&lt;span style=&quot;color:#2d6e4e;font-size:9px;&quot;&gt;direkt: insar_points.velocity&lt;/span&gt;&lt;br&gt;&lt;span style=&quot;color:#888;font-size:9px;&quot;&gt;-&amp;gt; Schritt 4 (Cluster-Vektor)&lt;/span&gt;" vertex="1">
-           <mxGeometry x="80" y="190" width="240" height="100" as="geometry" />
-         </mxCell>
-         <mxCell id="fc_acceleration" parent="1" style="rounded=1;whiteSpace=wrap;html=1;fillColor=#ffffff;strokeColor=#7b2d8e;strokeWidth=1;fontSize=10;align=center;verticalAlign=middle;arcSize=8;spacing=4;" value="&lt;b style=&quot;color:#7b2d8e;font-size:11px;&quot;&gt;acceleration&lt;/b&gt;&lt;br&gt;Aenderung der Bewegungsrate ueber Zeit&lt;br&gt;&lt;span style=&quot;color:#2d6e4e;font-size:9px;&quot;&gt;direkt: insar_points.acceleration&lt;/span&gt;&lt;br&gt;&lt;span style=&quot;color:#888;font-size:9px;&quot;&gt;-&amp;gt; Schritt 4 (Cluster-Vektor)&lt;/span&gt;" vertex="1">
-           <mxGeometry x="350" y="190" width="240" height="100" as="geometry" />
-         </mxCell>
-         <mxCell id="fc_ts_slope" parent="1" style="rounded=1;whiteSpace=wrap;html=1;fillColor=#ffffff;strokeColor=#7b2d8e;strokeWidth=1;fontSize=10;align=center;verticalAlign=middle;arcSize=8;spacing=4;" value="&lt;b style=&quot;color:#7b2d8e;font-size:11px;&quot;&gt;ts_slope&lt;/b&gt;&lt;br&gt;Linearer Trend der Zeitreihe (mm/a)&lt;br&gt;&lt;span style=&quot;color:#c47a10;font-size:9px;&quot;&gt;berechnet: polyfit(date, displacement, deg=1)&lt;/span&gt;&lt;br&gt;&lt;span style=&quot;color:#888;font-size:9px;&quot;&gt;-&amp;gt; Schritt 7 (local_deviation)&lt;/span&gt;" vertex="1">
-           <mxGeometry x="620" y="190" width="240" height="100" as="geometry" />
-         </mxCell>
-         <mxCell id="fc_ts_residual" parent="1" style="rounded=1;whiteSpace=wrap;html=1;fillColor=#ffffff;strokeColor=#7b2d8e;strokeWidth=1;fontSize=10;align=center;verticalAlign=middle;arcSize=8;spacing=4;" value="&lt;b style=&quot;color:#7b2d8e;font-size:11px;&quot;&gt;ts_residual_std&lt;/b&gt;&lt;br&gt;Streuung nach Trend-Entfernung&lt;br&gt;&lt;span style=&quot;color:#c47a10;font-size:9px;&quot;&gt;berechnet: std(displacement - linearer Trend)&lt;/span&gt;&lt;br&gt;&lt;span style=&quot;color:#888;font-size:9px;&quot;&gt;-&amp;gt; Schritt 7 (rule_penalty)&lt;/span&gt;" vertex="1">
-           <mxGeometry x="890" y="190" width="240" height="100" as="geometry" />
-         </mxCell>
-         <mxCell id="fc_ts_step" parent="1" style="rounded=1;whiteSpace=wrap;html=1;fillColor=#ffffff;strokeColor=#7b2d8e;strokeWidth=1;fontSize=10;align=center;verticalAlign=middle;arcSize=8;spacing=4;" value="&lt;b style=&quot;color:#7b2d8e;font-size:11px;&quot;&gt;ts_primary_step_abs&lt;/b&gt;&lt;br&gt;Groesster einzelner Sprung in der Zeitreihe&lt;br&gt;&lt;span style=&quot;color:#c47a10;font-size:9px;&quot;&gt;berechnet: max(|disp[i] - disp[i-1]|)&lt;/span&gt;&lt;br&gt;&lt;span style=&quot;color:#888;font-size:9px;&quot;&gt;-&amp;gt; Schritt 7 (rule_penalty: unsupported_step)&lt;/span&gt;" vertex="1">
-           <mxGeometry x="80" y="300" width="240" height="100" as="geometry" />
-         </mxCell>
-         <mxCell id="fc_ts_rough" parent="1" style="rounded=1;whiteSpace=wrap;html=1;fillColor=#ffffff;strokeColor=#7b2d8e;strokeWidth=1;fontSize=10;align=center;verticalAlign=middle;arcSize=8;spacing=4;" value="&lt;b style=&quot;color:#7b2d8e;font-size:11px;&quot;&gt;ts_roughness&lt;/b&gt;&lt;br&gt;Mittlere absolute 1.-Differenz (Jitter)&lt;br&gt;&lt;span style=&quot;color:#c47a10;font-size:9px;&quot;&gt;berechnet: mean(|diff(displacement)|)&lt;/span&gt;&lt;br&gt;&lt;span style=&quot;color:#888;font-size:9px;&quot;&gt;-&amp;gt; Schritt 7 (local_deviation)&lt;/span&gt;" vertex="1">
-           <mxGeometry x="350" y="300" width="240" height="100" as="geometry" />
-         </mxCell>
-         <mxCell id="fc_season" parent="1" style="rounded=1;whiteSpace=wrap;html=1;fillColor=#ffffff;strokeColor=#7b2d8e;strokeWidth=1;fontSize=10;align=center;verticalAlign=middle;arcSize=8;spacing=4;" value="&lt;b style=&quot;color:#7b2d8e;font-size:11px;&quot;&gt;season_amp&lt;/b&gt;&lt;br&gt;Amplitude saisonaler Schwingung&lt;br&gt;&lt;span style=&quot;color:#2d6e4e;font-size:9px;&quot;&gt;direkt: insar_points.season_amp&lt;/span&gt;&lt;br&gt;&lt;span style=&quot;color:#888;font-size:9px;&quot;&gt;-&amp;gt; Schritt 7 (Kontext-Feature)&lt;/span&gt;" vertex="1">
-           <mxGeometry x="620" y="300" width="240" height="100" as="geometry" />
+         <mxCell id="fc_along" parent="1" style="rounded=1;whiteSpace=wrap;html=1;fillColor=#ffffff;strokeColor=#7b2d8e;strokeWidth=1;fontSize=10;align=center;verticalAlign=middle;arcSize=8;spacing=4;" value="&lt;b style=&quot;color:#7b2d8e;font-size:11px;&quot;&gt;along_look_offset_m&lt;/b&gt;&lt;br&gt;Versatz parallel zur Look-Richtung&lt;br&gt;&lt;span style=&quot;color:#c47a10;font-size:9px;&quot;&gt;berechnet: delta . look_vector&lt;/span&gt;&lt;br&gt;&lt;span style=&quot;color:#7b2d8e;font-size:9px;&quot;&gt;aktiv: Cluster, local_deviation, Neighbour-Fit&lt;/span&gt;" vertex="1">
+           <mxGeometry x="80" y="190" width="320" height="92" as="geometry" />
+         </mxCell>
+         <mxCell id="fc_cross" parent="1" style="rounded=1;whiteSpace=wrap;html=1;fillColor=#ffffff;strokeColor=#7b2d8e;strokeWidth=1;fontSize=10;align=center;verticalAlign=middle;arcSize=8;spacing=4;" value="&lt;b style=&quot;color:#7b2d8e;font-size:11px;&quot;&gt;cross_look_offset_m&lt;/b&gt;&lt;br&gt;Versatz quer zur Look-Richtung&lt;br&gt;&lt;span style=&quot;color:#c47a10;font-size:9px;&quot;&gt;berechnet: delta . cross_vector&lt;/span&gt;&lt;br&gt;&lt;span style=&quot;color:#7b2d8e;font-size:9px;&quot;&gt;aktiv: Cluster, local_deviation, Neighbour-Fit&lt;/span&gt;" vertex="1">
+           <mxGeometry x="440" y="190" width="320" height="92" as="geometry" />
+         </mxCell>
+         <mxCell id="fc_h_rank" parent="1" style="rounded=1;whiteSpace=wrap;html=1;fillColor=#ffffff;strokeColor=#7b2d8e;strokeWidth=1;fontSize=10;align=center;verticalAlign=middle;arcSize=8;spacing=4;" value="&lt;b style=&quot;color:#7b2d8e;font-size:11px;&quot;&gt;height_rank_in_building&lt;/b&gt;&lt;br&gt;Hoehenrang innerhalb Gebaeude x Track&lt;br&gt;&lt;span style=&quot;color:#c47a10;font-size:9px;&quot;&gt;berechnet: index/(n-1), Fallback 0.5&lt;/span&gt;&lt;br&gt;&lt;span style=&quot;color:#7b2d8e;font-size:9px;&quot;&gt;aktiv: Cluster, local_deviation, Hauptbefund-Rang&lt;/span&gt;" vertex="1">
+           <mxGeometry x="800" y="190" width="320" height="92" as="geometry" />
+         </mxCell>
+         <mxCell id="fc_velocity" parent="1" style="rounded=1;whiteSpace=wrap;html=1;fillColor=#ffffff;strokeColor=#7b2d8e;strokeWidth=1;fontSize=10;align=center;verticalAlign=middle;arcSize=8;spacing=4;" value="&lt;b style=&quot;color:#7b2d8e;font-size:11px;&quot;&gt;velocity&lt;/b&gt;&lt;br&gt;Bewegungsrate in Sichtlinie (mm/a)&lt;br&gt;&lt;span style=&quot;color:#2d6e4e;font-size:9px;&quot;&gt;direkt: insar_points.velocity&lt;/span&gt;&lt;br&gt;&lt;span style=&quot;color:#7b2d8e;font-size:9px;&quot;&gt;aktiv: Cluster, local_deviation, vertical_proxy&lt;/span&gt;" vertex="1">
+           <mxGeometry x="80" y="300" width="320" height="92" as="geometry" />
+         </mxCell>
+         <mxCell id="fc_acceleration" parent="1" style="rounded=1;whiteSpace=wrap;html=1;fillColor=#ffffff;strokeColor=#7b2d8e;strokeWidth=1;fontSize=10;align=center;verticalAlign=middle;arcSize=8;spacing=4;" value="&lt;b style=&quot;color:#7b2d8e;font-size:11px;&quot;&gt;acceleration&lt;/b&gt;&lt;br&gt;Aenderung der LOS-Bewegungsrate&lt;br&gt;&lt;span style=&quot;color:#2d6e4e;font-size:9px;&quot;&gt;direkt: insar_points.acceleration&lt;/span&gt;&lt;br&gt;&lt;span style=&quot;color:#7b2d8e;font-size:9px;&quot;&gt;aktiv: Cluster, local_deviation&lt;/span&gt;" vertex="1">
+           <mxGeometry x="440" y="300" width="320" height="92" as="geometry" />
+         </mxCell>
+         <mxCell id="fc_coh_pen" parent="1" style="rounded=1;whiteSpace=wrap;html=1;fillColor=#ffffff;strokeColor=#7b2d8e;strokeWidth=1;fontSize=10;align=center;verticalAlign=middle;arcSize=8;spacing=4;" value="&lt;b style=&quot;color:#7b2d8e;font-size:11px;&quot;&gt;coherence_penalty&lt;/b&gt;&lt;br&gt;Penalty fuer schwache Kohaerenz&lt;br&gt;&lt;span style=&quot;color:#c47a10;font-size:9px;&quot;&gt;berechnet: 1.0 - clamp(coherence)&lt;/span&gt;&lt;br&gt;&lt;span style=&quot;color:#7b2d8e;font-size:9px;&quot;&gt;aktiv: Cluster-Vektor&lt;/span&gt;" vertex="1">
+           <mxGeometry x="800" y="300" width="320" height="92" as="geometry" />
        </mxCell>
        <mxCell id="fc_signal" parent="1" style="rounded=1;whiteSpace=wrap;html=1;fillColor=#fbf6ff;strokeColor=#7b2d8e;strokeWidth=1;arcSize=8;" value="" vertex="1">
          <mxGeometry x="40" y="422" width="1120" height="262" as="geometry" />
        </mxCell>
-         <mxCell id="fc_signal_h" parent="1" style="text;html=1;align=center;verticalAlign=middle;whiteSpace=wrap;fontSize=14;fontStyle=1;fontColor=#7b2d8e;" value="Signal-Stabilitaet &amp;mdash; 5 Features" vertex="1">
+         <mxCell id="fc_signal_h" parent="1" style="text;html=1;align=center;verticalAlign=middle;whiteSpace=wrap;fontSize=14;fontStyle=1;fontColor=#7b2d8e;" value="Gate-, Rule- und Quality-Inputs - aktiv" vertex="1">
          <mxGeometry x="60" y="430" width="1080" height="28" as="geometry" />
        </mxCell>
-         <mxCell id="fc_coh_pen" parent="1" style="rounded=1;whiteSpace=wrap;html=1;fillColor=#ffffff;strokeColor=#7b2d8e;strokeWidth=1;fontSize=10;align=center;verticalAlign=middle;arcSize=8;spacing=4;" value="&lt;b style=&quot;color:#7b2d8e;font-size:11px;&quot;&gt;coherence_penalty&lt;/b&gt;&lt;br&gt;bestraft schwache Reflexionen&lt;br&gt;&lt;span style=&quot;color:#c47a10;font-size:9px;&quot;&gt;berechnet: 1.0 - insar_points.coherence&lt;/span&gt;&lt;br&gt;&lt;span style=&quot;color:#888;font-size:9px;&quot;&gt;-&amp;gt; Schritt 4 (Cluster-Vektor)&lt;/span&gt;" vertex="1">
-           <mxGeometry x="80" y="472" width="240" height="100" as="geometry" />
-         </mxCell>
-         <mxCell id="fc_amp_cv" parent="1" style="rounded=1;whiteSpace=wrap;html=1;fillColor=#ffffff;strokeColor=#7b2d8e;strokeWidth=1;fontSize=10;align=center;verticalAlign=middle;arcSize=8;spacing=4;" value="&lt;b style=&quot;color:#7b2d8e;font-size:11px;&quot;&gt;amp_ts_cv&lt;/b&gt;&lt;br&gt;Variations-Koeffizient der Amplitude&lt;br&gt;&lt;span style=&quot;color:#c47a10;font-size:9px;&quot;&gt;berechnet: std(amp) / max(|mean(amp)|, 0.5)&lt;/span&gt;&lt;br&gt;&lt;span style=&quot;color:#888;font-size:9px;&quot;&gt;-&amp;gt; Schritt 7 (rule_penalty: unstable_amplitude)&lt;/span&gt;" vertex="1">
-           <mxGeometry x="350" y="472" width="240" height="100" as="geometry" />
-         </mxCell>
-         <mxCell id="fc_amp_spike" parent="1" style="rounded=1;whiteSpace=wrap;html=1;fillColor=#ffffff;strokeColor=#7b2d8e;strokeWidth=1;fontSize=10;align=center;verticalAlign=middle;arcSize=8;spacing=4;" value="&lt;b style=&quot;color:#7b2d8e;font-size:11px;&quot;&gt;amp_ts_spike_rate&lt;/b&gt;&lt;br&gt;Anteil ungewoehnlich heller Bilder&lt;br&gt;&lt;span style=&quot;color:#c47a10;font-size:9px;&quot;&gt;berechnet: Anteil amp &amp;gt; robuster Schwelle&lt;/span&gt;&lt;br&gt;&lt;span style=&quot;color:#888;font-size:9px;&quot;&gt;-&amp;gt; Schritt 7 (rule_penalty)&lt;/span&gt;" vertex="1">
-           <mxGeometry x="620" y="472" width="240" height="100" as="geometry" />
-         </mxCell>
-         <mxCell id="fc_vel_std" parent="1" style="rounded=1;whiteSpace=wrap;html=1;fillColor=#ffffff;strokeColor=#7b2d8e;strokeWidth=1;fontSize=10;align=center;verticalAlign=middle;arcSize=8;spacing=4;" value="&lt;b style=&quot;color:#7b2d8e;font-size:11px;&quot;&gt;velocity_std&lt;/b&gt;&lt;br&gt;Streuung der Geschwindigkeit&lt;br&gt;&lt;span style=&quot;color:#2d6e4e;font-size:9px;&quot;&gt;direkt: insar_points.velocity_std&lt;/span&gt;&lt;br&gt;&lt;span style=&quot;color:#888;font-size:9px;&quot;&gt;-&amp;gt; Schritt 7 (rule_penalty: high_velocity_std)&lt;/span&gt;" vertex="1">
-           <mxGeometry x="890" y="472" width="240" height="100" as="geometry" />
-         </mxCell>
-         <mxCell id="fc_ts_miss" parent="1" style="rounded=1;whiteSpace=wrap;html=1;fillColor=#ffffff;strokeColor=#7b2d8e;strokeWidth=1;fontSize=10;align=center;verticalAlign=middle;arcSize=8;spacing=4;" value="&lt;b style=&quot;color:#7b2d8e;font-size:11px;&quot;&gt;ts_missing_rate&lt;/b&gt;&lt;br&gt;Anteil fehlender Beobachtungen&lt;br&gt;&lt;span style=&quot;color:#c47a10;font-size:9px;&quot;&gt;berechnet: 1 - valid_epochs / expected_track_epochs&lt;/span&gt;&lt;br&gt;&lt;span style=&quot;color:#888;font-size:9px;&quot;&gt;-&amp;gt; Schritt 7 (signal_quality)&lt;/span&gt;" vertex="1">
-           <mxGeometry x="80" y="582" width="240" height="100" as="geometry" />
+         <mxCell id="fc_valid_count" parent="1" style="rounded=1;whiteSpace=wrap;html=1;fillColor=#ffffff;strokeColor=#7b2d8e;strokeWidth=1;fontSize=10;align=center;verticalAlign=middle;arcSize=8;spacing=4;" value="&lt;b style=&quot;color:#7b2d8e;font-size:11px;&quot;&gt;valid_epoch_count&lt;/b&gt;&lt;br&gt;Anzahl Displacement-Beobachtungen&lt;br&gt;&lt;span style=&quot;color:#c47a10;font-size:9px;&quot;&gt;berechnet: len(displacement_dates)&lt;/span&gt;&lt;br&gt;&lt;span style=&quot;color:#7b2d8e;font-size:9px;&quot;&gt;aktiv: Gate &amp;lt; 24 Epochen&lt;/span&gt;" vertex="1">
+           <mxGeometry x="80" y="472" width="320" height="92" as="geometry" />
+         </mxCell>
+         <mxCell id="fc_valid_ratio" parent="1" style="rounded=1;whiteSpace=wrap;html=1;fillColor=#ffffff;strokeColor=#7b2d8e;strokeWidth=1;fontSize=10;align=center;verticalAlign=middle;arcSize=8;spacing=4;" value="&lt;b style=&quot;color:#7b2d8e;font-size:11px;&quot;&gt;valid_epoch_ratio&lt;/b&gt;&lt;br&gt;Abdeckung gegen erwartete Track-Epochen&lt;br&gt;&lt;span style=&quot;color:#c47a10;font-size:9px;&quot;&gt;berechnet: valid_count / expected_track_epochs&lt;/span&gt;&lt;br&gt;&lt;span style=&quot;color:#7b2d8e;font-size:9px;&quot;&gt;aktiv: Gate &amp;lt; 0.50&lt;/span&gt;" vertex="1">
+           <mxGeometry x="440" y="472" width="320" height="92" as="geometry" />
+         </mxCell>
+         <mxCell id="fc_coherence" parent="1" style="rounded=1;whiteSpace=wrap;html=1;fillColor=#ffffff;strokeColor=#7b2d8e;strokeWidth=1;fontSize=10;align=center;verticalAlign=middle;arcSize=8;spacing=4;" value="&lt;b style=&quot;color:#7b2d8e;font-size:11px;&quot;&gt;coherence&lt;/b&gt;&lt;br&gt;Signal-/Modellqualitaet des Punkts&lt;br&gt;&lt;span style=&quot;color:#2d6e4e;font-size:9px;&quot;&gt;direkt: insar_points.coherence&lt;/span&gt;&lt;br&gt;&lt;span style=&quot;color:#7b2d8e;font-size:9px;&quot;&gt;aktiv: Gate, local_deviation, signal_quality&lt;/span&gt;" vertex="1">
+           <mxGeometry x="800" y="472" width="320" height="92" as="geometry" />
+         </mxCell>
+         <mxCell id="fc_vel_std" parent="1" style="rounded=1;whiteSpace=wrap;html=1;fillColor=#ffffff;strokeColor=#7b2d8e;strokeWidth=1;fontSize=10;align=center;verticalAlign=middle;arcSize=8;spacing=4;" value="&lt;b style=&quot;color:#7b2d8e;font-size:11px;&quot;&gt;velocity_std&lt;/b&gt;&lt;br&gt;Streuung der Geschwindigkeit&lt;br&gt;&lt;span style=&quot;color:#2d6e4e;font-size:9px;&quot;&gt;direkt: insar_points.velocity_std&lt;/span&gt;&lt;br&gt;&lt;span style=&quot;color:#7b2d8e;font-size:9px;&quot;&gt;aktiv: rule_penalty high_velocity_std&lt;/span&gt;" vertex="1">
+           <mxGeometry x="80" y="582" width="320" height="92" as="geometry" />
+         </mxCell>
+         <mxCell id="fc_amp_cv" parent="1" style="rounded=1;whiteSpace=wrap;html=1;fillColor=#ffffff;strokeColor=#7b2d8e;strokeWidth=1;fontSize=10;align=center;verticalAlign=middle;arcSize=8;spacing=4;" value="&lt;b style=&quot;color:#7b2d8e;font-size:11px;&quot;&gt;amp_ts_cv&lt;/b&gt;&lt;br&gt;Variationskoeffizient der Amplitude&lt;br&gt;&lt;span style=&quot;color:#c47a10;font-size:9px;&quot;&gt;berechnet: std(amp) / max(|mean|, 0.5)&lt;/span&gt;&lt;br&gt;&lt;span style=&quot;color:#7b2d8e;font-size:9px;&quot;&gt;aktiv: rule_penalty, signal_quality&lt;/span&gt;" vertex="1">
+           <mxGeometry x="440" y="582" width="320" height="92" as="geometry" />
+         </mxCell>
+         <mxCell id="fc_kept_support" parent="1" style="rounded=1;whiteSpace=wrap;html=1;fillColor=#ffffff;strokeColor=#7b2d8e;strokeWidth=1;fontSize=10;align=center;verticalAlign=middle;arcSize=8;spacing=4;" value="&lt;b style=&quot;color:#7b2d8e;font-size:11px;&quot;&gt;kept_support_ratio&lt;/b&gt;&lt;br&gt;Anteil lokal nicht gegateter Punkte&lt;br&gt;&lt;span style=&quot;color:#c47a10;font-size:9px;&quot;&gt;berechnet: kept / group_size&lt;/span&gt;&lt;br&gt;&lt;span style=&quot;color:#7b2d8e;font-size:9px;&quot;&gt;aktiv: quality_score, weak_local_support&lt;/span&gt;" vertex="1">
+           <mxGeometry x="800" y="582" width="320" height="92" as="geometry" />
        </mxCell>
        <mxCell id="fc_pos" parent="1" style="rounded=1;whiteSpace=wrap;html=1;fillColor=#fbf6ff;strokeColor=#7b2d8e;strokeWidth=1;arcSize=8;" value="" vertex="1">
          <mxGeometry x="40" y="704" width="1120" height="262" as="geometry" />
        </mxCell>
-         <mxCell id="fc_pos_h" parent="1" style="text;html=1;align=center;verticalAlign=middle;whiteSpace=wrap;fontSize=14;fontStyle=1;fontColor=#7b2d8e;" value="Lage am Gebaeude &amp;mdash; 5 Features" vertex="1">
+         <mxCell id="fc_pos_h" parent="1" style="text;html=1;align=center;verticalAlign=middle;whiteSpace=wrap;fontSize=14;fontStyle=1;fontColor=#7b2d8e;" value="Zeitreihen- und Amplitudenwerte - gesetzt, teils aktiv" vertex="1">
          <mxGeometry x="60" y="712" width="1080" height="28" as="geometry" />
        </mxCell>
-         <mxCell id="fc_along" parent="1" style="rounded=1;whiteSpace=wrap;html=1;fillColor=#ffffff;strokeColor=#7b2d8e;strokeWidth=1;fontSize=10;align=center;verticalAlign=middle;arcSize=8;spacing=4;" value="&lt;b style=&quot;color:#7b2d8e;font-size:11px;&quot;&gt;along_look_offset_m&lt;/b&gt;&lt;br&gt;Versatz parallel zur Sensor-Blickrichtung&lt;br&gt;&lt;span style=&quot;color:#c47a10;font-size:9px;&quot;&gt;berechnet: (Punkt - Gebaeude_Mittelpkt) . sensor_dir&lt;/span&gt;&lt;br&gt;&lt;span style=&quot;color:#888;font-size:9px;&quot;&gt;-&amp;gt; Schritt 4 (Cluster-Vektor)&lt;/span&gt;" vertex="1">
-           <mxGeometry x="80" y="754" width="240" height="100" as="geometry" />
-         </mxCell>
-         <mxCell id="fc_cross" parent="1" style="rounded=1;whiteSpace=wrap;html=1;fillColor=#ffffff;strokeColor=#7b2d8e;strokeWidth=1;fontSize=10;align=center;verticalAlign=middle;arcSize=8;spacing=4;" value="&lt;b style=&quot;color:#7b2d8e;font-size:11px;&quot;&gt;cross_look_offset_m&lt;/b&gt;&lt;br&gt;Versatz quer zur Sensor-Blickrichtung&lt;br&gt;&lt;span style=&quot;color:#c47a10;font-size:9px;&quot;&gt;berechnet: (Punkt - Gebaeude_Mittelpkt) . cross_dir&lt;/span&gt;&lt;br&gt;&lt;span style=&quot;color:#888;font-size:9px;&quot;&gt;-&amp;gt; Schritt 4 (Cluster-Vektor)&lt;/span&gt;" vertex="1">
-           <mxGeometry x="350" y="754" width="240" height="100" as="geometry" />
-         </mxCell>
-         <mxCell id="fc_h_rank" parent="1" style="rounded=1;whiteSpace=wrap;html=1;fillColor=#ffffff;strokeColor=#7b2d8e;strokeWidth=1;fontSize=10;align=center;verticalAlign=middle;arcSize=8;spacing=4;" value="&lt;b style=&quot;color:#7b2d8e;font-size:11px;&quot;&gt;height_rank_in_building&lt;/b&gt;&lt;br&gt;Rang der Hoehe am Gebaeude&lt;br&gt;&lt;span style=&quot;color:#c47a10;font-size:9px;&quot;&gt;berechnet: rank(height) / count je (gebaeude, track)&lt;/span&gt;&lt;br&gt;&lt;span style=&quot;color:#888;font-size:9px;&quot;&gt;-&amp;gt; Schritt 4 (Cluster) + 5 (Hauptbefund-Rang)&lt;/span&gt;" vertex="1">
-           <mxGeometry x="620" y="754" width="240" height="100" as="geometry" />
-         </mxCell>
-         <mxCell id="fc_b_height" parent="1" style="rounded=1;whiteSpace=wrap;html=1;fillColor=#ffffff;strokeColor=#7b2d8e;strokeWidth=1;fontSize=10;align=center;verticalAlign=middle;arcSize=8;spacing=4;" value="&lt;b style=&quot;color:#7b2d8e;font-size:11px;&quot;&gt;building_height&lt;/b&gt;&lt;br&gt;Gesamthoehe des Gebaeudes (m)&lt;br&gt;&lt;span style=&quot;color:#2d6e4e;font-size:9px;&quot;&gt;direkt: gba_buildings.building_height_m&lt;/span&gt;&lt;br&gt;&lt;span style=&quot;color:#888;font-size:9px;&quot;&gt;-&amp;gt; Schritt 1 (range_offset) + 7 (Kontext)&lt;/span&gt;" vertex="1">
-           <mxGeometry x="890" y="754" width="240" height="100" as="geometry" />
-         </mxCell>
-         <mxCell id="fc_density" parent="1" style="rounded=1;whiteSpace=wrap;html=1;fillColor=#ffffff;strokeColor=#7b2d8e;strokeWidth=1;fontSize=10;align=center;verticalAlign=middle;arcSize=8;spacing=4;" value="&lt;b style=&quot;color:#7b2d8e;font-size:11px;&quot;&gt;local_density&lt;/b&gt;&lt;br&gt;Punktdichte in der lokalen Umgebung&lt;br&gt;&lt;span style=&quot;color:#c47a10;font-size:9px;&quot;&gt;berechnet: count(points) / Flaeche je (gebaeude, track)&lt;/span&gt;&lt;br&gt;&lt;span style=&quot;color:#888;font-size:9px;&quot;&gt;-&amp;gt; Schritt 7 (rule_penalty: low_kept_support)&lt;/span&gt;" vertex="1">
-           <mxGeometry x="80" y="864" width="240" height="100" as="geometry" />
+         <mxCell id="fc_ts_step" parent="1" style="rounded=1;whiteSpace=wrap;html=1;fillColor=#ffffff;strokeColor=#7b2d8e;strokeWidth=1;fontSize=10;align=center;verticalAlign=middle;arcSize=8;spacing=4;" value="&lt;b style=&quot;color:#7b2d8e;font-size:11px;&quot;&gt;ts_primary_step_abs&lt;/b&gt;&lt;br&gt;Groesster einzelner Displacement-Sprung&lt;br&gt;&lt;span style=&quot;color:#c47a10;font-size:9px;&quot;&gt;berechnet: max(|diff(displacement)|)&lt;/span&gt;&lt;br&gt;&lt;span style=&quot;color:#7b2d8e;font-size:9px;&quot;&gt;aktiv: local_deviation, rule_penalty, Neighbour-Fit&lt;/span&gt;" vertex="1">
+           <mxGeometry x="80" y="754" width="320" height="92" as="geometry" />
+         </mxCell>
+         <mxCell id="fc_step_support" parent="1" style="rounded=1;whiteSpace=wrap;html=1;fillColor=#ffffff;strokeColor=#7b2d8e;strokeWidth=1;fontSize=10;align=center;verticalAlign=middle;arcSize=8;spacing=4;" value="&lt;b style=&quot;color:#7b2d8e;font-size:11px;&quot;&gt;step_support&lt;/b&gt;&lt;br&gt;Lokale Stuetzung gleicher Schritt-Signatur&lt;br&gt;&lt;span style=&quot;color:#c47a10;font-size:9px;&quot;&gt;berechnet: Nachbarn mit gleicher Step-Zeit und Richtung&lt;/span&gt;&lt;br&gt;&lt;span style=&quot;color:#7b2d8e;font-size:9px;&quot;&gt;aktiv: unsupported_step-Regel&lt;/span&gt;" vertex="1">
+           <mxGeometry x="440" y="754" width="320" height="92" as="geometry" />
+         </mxCell>
+         <mxCell id="fc_ts_max_delta" parent="1" style="rounded=1;whiteSpace=wrap;html=1;fillColor=#ffffff;strokeColor=#7b2d8e;strokeWidth=1;fontSize=10;align=center;verticalAlign=middle;arcSize=8;spacing=4;" value="&lt;b style=&quot;color:#7b2d8e;font-size:11px;&quot;&gt;ts_max_abs_delta&lt;/b&gt;&lt;br&gt;Gespeicherter Alias des groessten Sprungs&lt;br&gt;&lt;span style=&quot;color:#c47a10;font-size:9px;&quot;&gt;berechnet wie ts_primary_step_abs&lt;/span&gt;&lt;br&gt;&lt;span style=&quot;color:#777;font-size:9px;&quot;&gt;Kontext: keine separate aktive Nutzung&lt;/span&gt;" vertex="1">
+           <mxGeometry x="800" y="754" width="320" height="92" as="geometry" />
+         </mxCell>
+         <mxCell id="fc_ts_slope" parent="1" style="rounded=1;whiteSpace=wrap;html=1;fillColor=#ffffff;strokeColor=#7b2d8e;strokeWidth=1;fontSize=10;align=center;verticalAlign=middle;arcSize=8;spacing=4;" value="&lt;b style=&quot;color:#7b2d8e;font-size:11px;&quot;&gt;ts_slope&lt;/b&gt;&lt;br&gt;Linearer Zeitreihen-Trend (mm/a)&lt;br&gt;&lt;span style=&quot;color:#c47a10;font-size:9px;&quot;&gt;berechnet: polyfit(date, displacement)&lt;/span&gt;&lt;br&gt;&lt;span style=&quot;color:#777;font-size:9px;&quot;&gt;Kontext: derzeit nicht in Score/Rule&lt;/span&gt;" vertex="1">
+           <mxGeometry x="80" y="864" width="320" height="92" as="geometry" />
+         </mxCell>
+         <mxCell id="fc_ts_residual_rough" parent="1" style="rounded=1;whiteSpace=wrap;html=1;fillColor=#ffffff;strokeColor=#7b2d8e;strokeWidth=1;fontSize=10;align=center;verticalAlign=middle;arcSize=8;spacing=4;" value="&lt;b style=&quot;color:#7b2d8e;font-size:11px;&quot;&gt;ts_residual_std / ts_roughness&lt;/b&gt;&lt;br&gt;Trend-Reststreuung und mittlere 1. Differenz&lt;br&gt;&lt;span style=&quot;color:#c47a10;font-size:9px;&quot;&gt;berechnet aus displacement-Zeitreihe&lt;/span&gt;&lt;br&gt;&lt;span style=&quot;color:#777;font-size:9px;&quot;&gt;Kontext: derzeit nicht in Score/Rule&lt;/span&gt;" vertex="1">
+           <mxGeometry x="440" y="864" width="320" height="92" as="geometry" />
+         </mxCell>
+         <mxCell id="fc_amp_context" parent="1" style="rounded=1;whiteSpace=wrap;html=1;fillColor=#ffffff;strokeColor=#7b2d8e;strokeWidth=1;fontSize=10;align=center;verticalAlign=middle;arcSize=8;spacing=4;" value="&lt;b style=&quot;color:#7b2d8e;font-size:11px;&quot;&gt;amp_ts_spike_rate / amp_ts_mean / amp_ts_std&lt;/b&gt;&lt;br&gt;Amplitude-Diagnostik aus Zeitreihe&lt;br&gt;&lt;span style=&quot;color:#c47a10;font-size:9px;&quot;&gt;Spike: |amp-mean| &amp;gt; 2*max(std,0.5)&lt;/span&gt;&lt;br&gt;&lt;span style=&quot;color:#777;font-size:9px;&quot;&gt;Kontext: spike_rate derzeit nicht in rule_penalty&lt;/span&gt;" vertex="1">
+           <mxGeometry x="800" y="864" width="320" height="92" as="geometry" />
        </mxCell>
        <mxCell id="fc_terr" parent="1" style="rounded=1;whiteSpace=wrap;html=1;fillColor=#fbf6ff;strokeColor=#7b2d8e;strokeWidth=1;arcSize=8;" value="" vertex="1">
-           <mxGeometry x="40" y="986" width="1120" height="152" as="geometry" />
-         </mxCell>
-         <mxCell id="fc_terr_h" parent="1" style="text;html=1;align=center;verticalAlign=middle;whiteSpace=wrap;fontSize=14;fontStyle=1;fontColor=#7b2d8e;" value="Gelaende-Kontext &amp;mdash; 3 Features" vertex="1">
+           <mxGeometry x="40" y="986" width="1120" height="372" as="geometry" />
+         </mxCell>
+         <mxCell id="fc_terr_h" parent="1" style="text;html=1;align=center;verticalAlign=middle;whiteSpace=wrap;fontSize=14;fontStyle=1;fontColor=#7b2d8e;" value="Gebaeude-, Geometrie- und Terrain-Kontext" vertex="1">
          <mxGeometry x="60" y="994" width="1080" height="28" as="geometry" />
        </mxCell>
-         <mxCell id="fc_slope_mean" parent="1" style="rounded=1;whiteSpace=wrap;html=1;fillColor=#ffffff;strokeColor=#7b2d8e;strokeWidth=1;fontSize=10;align=center;verticalAlign=middle;arcSize=8;spacing=4;" value="&lt;b style=&quot;color:#7b2d8e;font-size:11px;&quot;&gt;slope_mean_deg&lt;/b&gt;&lt;br&gt;Mittlere Hangneigung am Standort&lt;br&gt;&lt;span style=&quot;color:#2d6e4e;font-size:9px;&quot;&gt;direkt: building_terrain_context.slope_mean_deg&lt;/span&gt;&lt;br&gt;&lt;span style=&quot;color:#888;font-size:9px;&quot;&gt;-&amp;gt; Schritt 5 (Toleranz) + 7 (local_deviation)&lt;/span&gt;" vertex="1">
-           <mxGeometry x="80" y="1028" width="240" height="100" as="geometry" />
-         </mxCell>
-         <mxCell id="fc_slope_max" parent="1" style="rounded=1;whiteSpace=wrap;html=1;fillColor=#ffffff;strokeColor=#7b2d8e;strokeWidth=1;fontSize=10;align=center;verticalAlign=middle;arcSize=8;spacing=4;" value="&lt;b style=&quot;color:#7b2d8e;font-size:11px;&quot;&gt;slope_max_deg&lt;/b&gt;&lt;br&gt;Maximale Hangneigung im Umfeld&lt;br&gt;&lt;span style=&quot;color:#2d6e4e;font-size:9px;&quot;&gt;direkt: building_terrain_context.slope_max_deg&lt;/span&gt;&lt;br&gt;&lt;span style=&quot;color:#888;font-size:9px;&quot;&gt;-&amp;gt; Schritt 7 (rule_penalty)&lt;/span&gt;" vertex="1">
-           <mxGeometry x="350" y="1028" width="240" height="100" as="geometry" />
-         </mxCell>
-         <mxCell id="fc_relief" parent="1" style="rounded=1;whiteSpace=wrap;html=1;fillColor=#ffffff;strokeColor=#7b2d8e;strokeWidth=1;fontSize=10;align=center;verticalAlign=middle;arcSize=8;spacing=4;" value="&lt;b style=&quot;color:#7b2d8e;font-size:11px;&quot;&gt;relief_range_m&lt;/b&gt;&lt;br&gt;Hoehenunterschied im Umfeld&lt;br&gt;&lt;span style=&quot;color:#2d6e4e;font-size:9px;&quot;&gt;direkt: building_terrain_context.relief_range_m&lt;/span&gt;&lt;br&gt;&lt;span style=&quot;color:#888;font-size:9px;&quot;&gt;-&amp;gt; Schritt 7 (local_deviation)&lt;/span&gt;" vertex="1">
-           <mxGeometry x="620" y="1028" width="240" height="100" as="geometry" />
+         <mxCell id="fc_b_height" parent="1" style="rounded=1;whiteSpace=wrap;html=1;fillColor=#ffffff;strokeColor=#7b2d8e;strokeWidth=1;fontSize=10;align=center;verticalAlign=middle;arcSize=8;spacing=4;" value="&lt;b style=&quot;color:#7b2d8e;font-size:11px;&quot;&gt;building_height&lt;/b&gt;&lt;br&gt;Gebaeudehoehe fuer Kandidaten-Offset&lt;br&gt;&lt;span style=&quot;color:#2d6e4e;font-size:9px;&quot;&gt;direkt: gba_buildings.height&lt;/span&gt;&lt;br&gt;&lt;span style=&quot;color:#7b2d8e;font-size:9px;&quot;&gt;aktiv: range_offset; Kontext in building_context&lt;/span&gt;" vertex="1">
+           <mxGeometry x="80" y="1028" width="320" height="92" as="geometry" />
+         </mxCell>
+         <mxCell id="fc_incidence" parent="1" style="rounded=1;whiteSpace=wrap;html=1;fillColor=#ffffff;strokeColor=#7b2d8e;strokeWidth=1;fontSize=10;align=center;verticalAlign=middle;arcSize=8;spacing=4;" value="&lt;b style=&quot;color:#7b2d8e;font-size:11px;&quot;&gt;incidence_angle&lt;/b&gt;&lt;br&gt;Radar-Einfallswinkel des Punkts&lt;br&gt;&lt;span style=&quot;color:#2d6e4e;font-size:9px;&quot;&gt;direkt oder Track-Default&lt;/span&gt;&lt;br&gt;&lt;span style=&quot;color:#7b2d8e;font-size:9px;&quot;&gt;aktiv: range_offset, vertical_proxy&lt;/span&gt;" vertex="1">
+           <mxGeometry x="440" y="1028" width="320" height="92" as="geometry" />
+         </mxCell>
+         <mxCell id="fc_slope_mean" parent="1" style="rounded=1;whiteSpace=wrap;html=1;fillColor=#ffffff;strokeColor=#7b2d8e;strokeWidth=1;fontSize=10;align=center;verticalAlign=middle;arcSize=8;spacing=4;" value="&lt;b style=&quot;color:#7b2d8e;font-size:11px;&quot;&gt;slope_mean_deg&lt;/b&gt;&lt;br&gt;Mittlere Hangneigung am Gebaeude&lt;br&gt;&lt;span style=&quot;color:#2d6e4e;font-size:9px;&quot;&gt;direkt: building_terrain_context.slope_mean_deg&lt;/span&gt;&lt;br&gt;&lt;span style=&quot;color:#7b2d8e;font-size:9px;&quot;&gt;aktiv: Cross-Track-Toleranz&lt;/span&gt;" vertex="1">
+           <mxGeometry x="800" y="1028" width="320" height="92" as="geometry" />
+         </mxCell>
+         <mxCell id="fc_slope_relief" parent="1" style="rounded=1;whiteSpace=wrap;html=1;fillColor=#ffffff;strokeColor=#7b2d8e;strokeWidth=1;fontSize=10;align=center;verticalAlign=middle;arcSize=8;spacing=4;" value="&lt;b style=&quot;color:#7b2d8e;font-size:11px;&quot;&gt;slope_max_deg / relief_range_m&lt;/b&gt;&lt;br&gt;Maximale Hangneigung und Reliefspanne&lt;br&gt;&lt;span style=&quot;color:#2d6e4e;font-size:9px;&quot;&gt;direkt: building_terrain_context&lt;/span&gt;&lt;br&gt;&lt;span style=&quot;color:#777;font-size:9px;&quot;&gt;Kontext: derzeit nicht in Score/Rule&lt;/span&gt;" vertex="1">
+           <mxGeometry x="80" y="1138" width="320" height="92" as="geometry" />
+         </mxCell>
+         <mxCell id="fc_density" parent="1" style="rounded=1;whiteSpace=wrap;html=1;fillColor=#ffffff;strokeColor=#7b2d8e;strokeWidth=1;fontSize=10;align=center;verticalAlign=middle;arcSize=8;spacing=4;" value="&lt;b style=&quot;color:#7b2d8e;font-size:11px;&quot;&gt;local_density&lt;/b&gt;&lt;br&gt;kNN-Distanzscore in Gebaeude x Track&lt;br&gt;&lt;span style=&quot;color:#c47a10;font-size:9px;&quot;&gt;berechnet: exp(-(mean_3NN_distance / 6.0))&lt;/span&gt;&lt;br&gt;&lt;span style=&quot;color:#777;font-size:9px;&quot;&gt;Kontext: nicht die weak_local_support-Regel&lt;/span&gt;" vertex="1">
+           <mxGeometry x="440" y="1138" width="320" height="92" as="geometry" />
+         </mxCell>
+         <mxCell id="fc_track_count" parent="1" style="rounded=1;whiteSpace=wrap;html=1;fillColor=#ffffff;strokeColor=#7b2d8e;strokeWidth=1;fontSize=10;align=center;verticalAlign=middle;arcSize=8;spacing=4;" value="&lt;b style=&quot;color:#7b2d8e;font-size:11px;&quot;&gt;track_point_count&lt;/b&gt;&lt;br&gt;Punktzahl je Gebaeude x Track&lt;br&gt;&lt;span style=&quot;color:#c47a10;font-size:9px;&quot;&gt;berechnet: len(group)&lt;/span&gt;&lt;br&gt;&lt;span style=&quot;color:#7b2d8e;font-size:9px;&quot;&gt;aktiv: Kontext und Borderline-Noise-Logik&lt;/span&gt;" vertex="1">
+           <mxGeometry x="800" y="1138" width="320" height="92" as="geometry" />
+         </mxCell>
+         <mxCell id="fc_static_amp" parent="1" style="rounded=1;whiteSpace=wrap;html=1;fillColor=#ffffff;strokeColor=#7b2d8e;strokeWidth=1;fontSize=10;align=center;verticalAlign=middle;arcSize=8;spacing=4;" value="&lt;b style=&quot;color:#7b2d8e;font-size:11px;&quot;&gt;amp_mean / amp_std&lt;/b&gt;&lt;br&gt;statische Amplitudenwerte des Punkts&lt;br&gt;&lt;span style=&quot;color:#2d6e4e;font-size:9px;&quot;&gt;direkt: insar_points&lt;/span&gt;&lt;br&gt;&lt;span style=&quot;color:#777;font-size:9px;&quot;&gt;Kontext: derzeit nicht in Score/Rule&lt;/span&gt;" vertex="1">
+           <mxGeometry x="80" y="1248" width="320" height="92" as="geometry" />
+         </mxCell>
+         <mxCell id="fc_season_missing" parent="1" style="rounded=1;whiteSpace=wrap;html=1;fillColor=#ffffff;strokeColor=#7b2d8e;strokeWidth=1;fontSize=10;align=center;verticalAlign=middle;arcSize=8;spacing=4;" value="&lt;b style=&quot;color:#7b2d8e;font-size:11px;&quot;&gt;season_amp / ts_missing_rate&lt;/b&gt;&lt;br&gt;saisonale Amplitude und Missingness-Anteil&lt;br&gt;&lt;span style=&quot;color:#2d6e4e;font-size:9px;&quot;&gt;season_amp direkt; ts_missing_rate berechnet&lt;/span&gt;&lt;br&gt;&lt;span style=&quot;color:#777;font-size:9px;&quot;&gt;Kontext: Gate nutzt valid_epoch_*, nicht ts_missing_rate&lt;/span&gt;" vertex="1">
+           <mxGeometry x="440" y="1248" width="320" height="92" as="geometry" />
+         </mxCell>
+         <mxCell id="fc_note" parent="1" style="rounded=1;whiteSpace=wrap;html=1;fillColor=#fff8dc;strokeColor=#d6b656;strokeWidth=1;dashed=1;dashPattern=4 4;fontSize=10;align=center;verticalAlign=middle;arcSize=8;spacing=6;fontColor=#5f4b00;" value="Wichtig: Der Katalog trennt jetzt aktive Modellinputs von nur gespeicherten Diagnosewerten. Mehrere berechnete ts_*/Terrain-Werte existieren im Feature-Dict, treiben den aktuellen Score aber nicht direkt." vertex="1">
+           <mxGeometry x="800" y="1248" width="320" height="92" as="geometry" />
        </mxCell>
      </root>
    </mxGraphModel>
  </diagram>
</mxfile>
